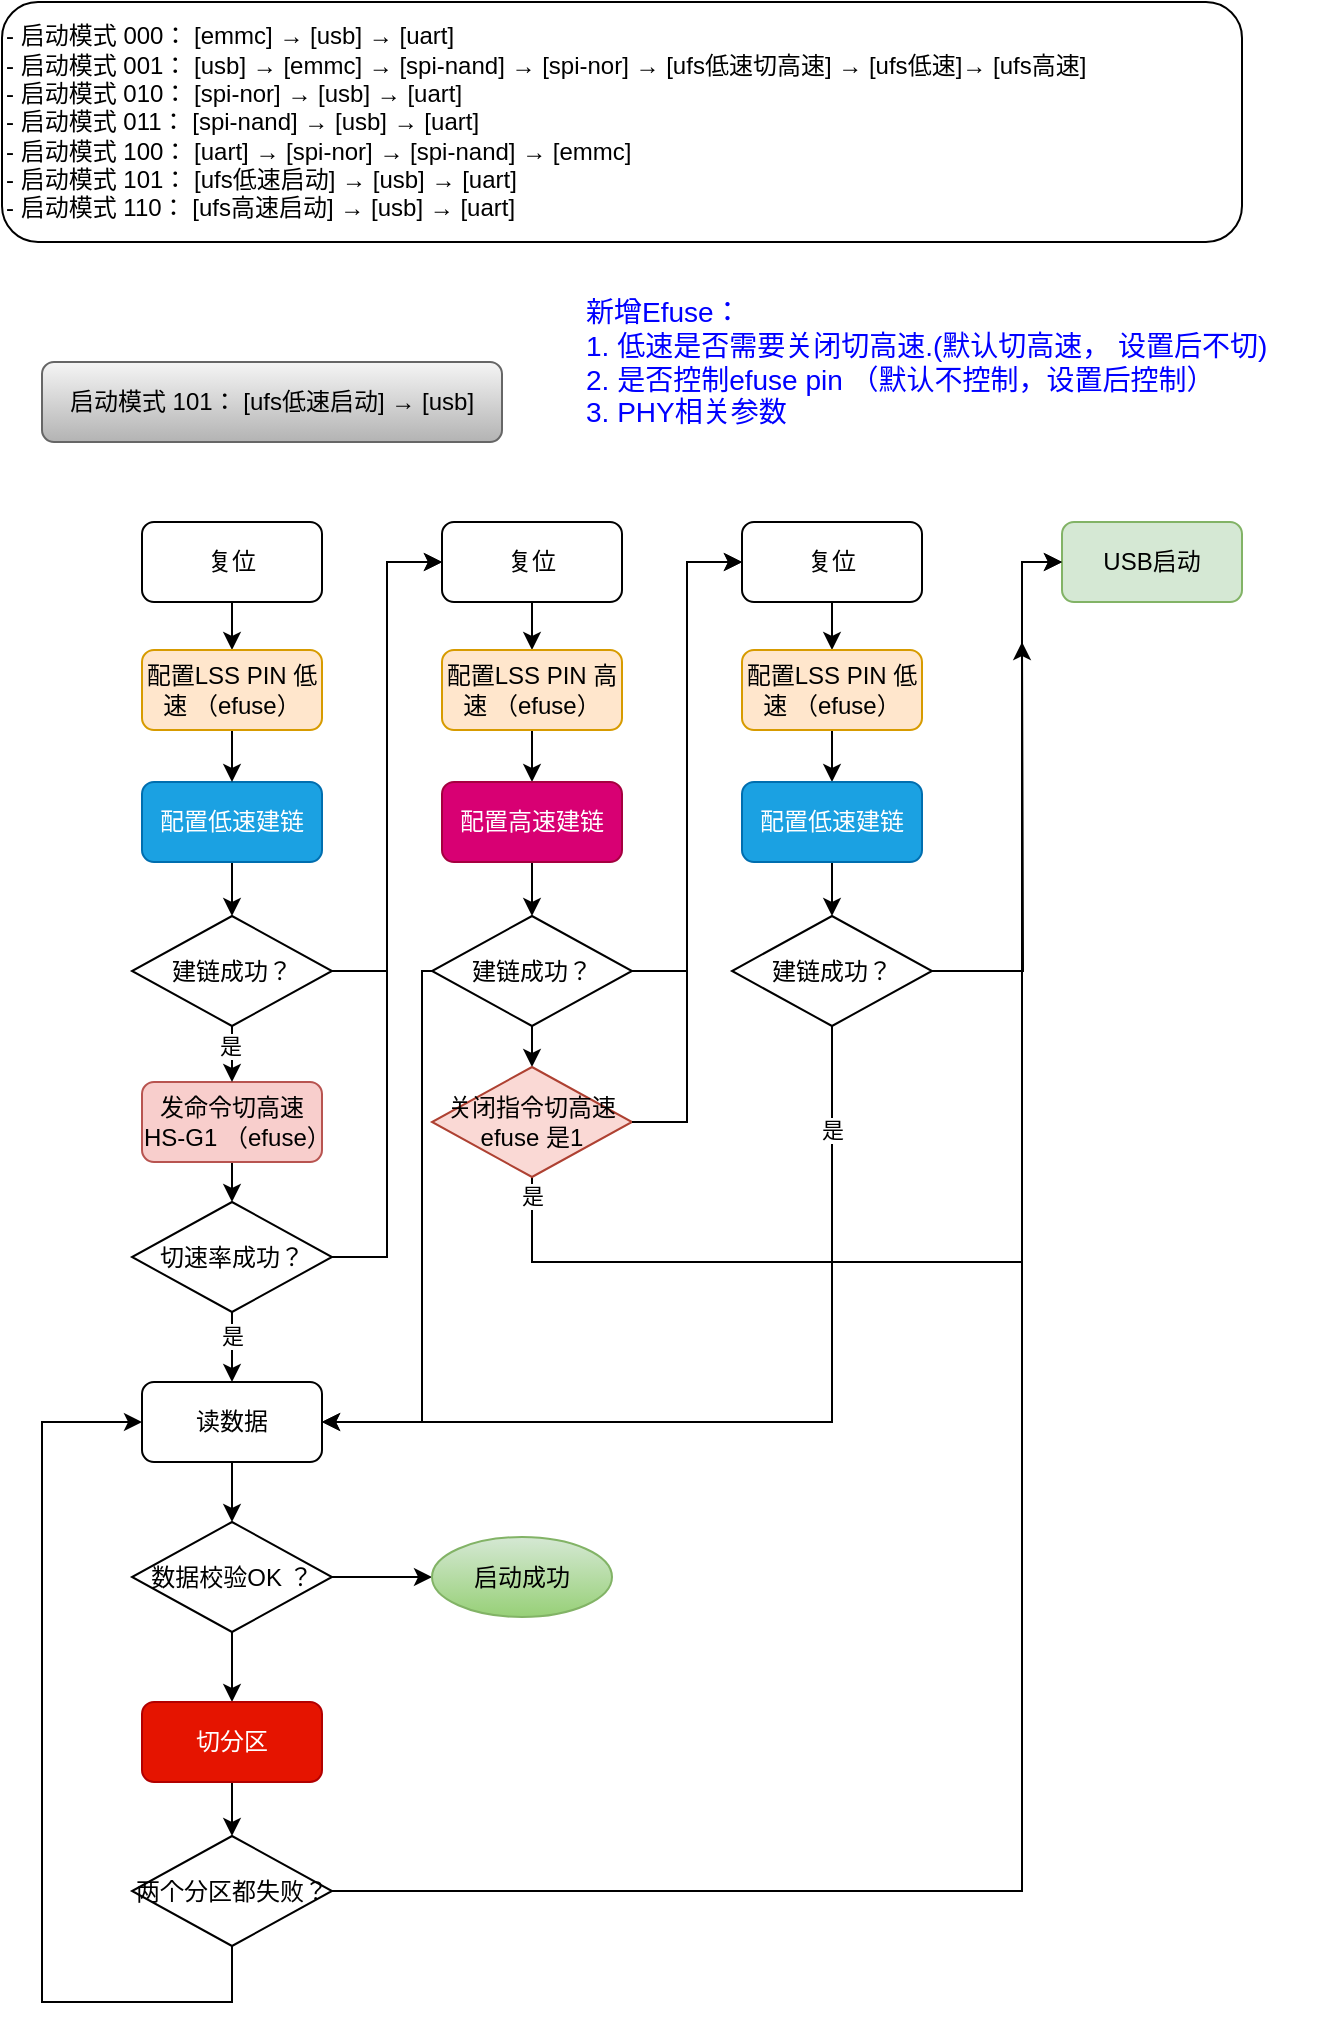
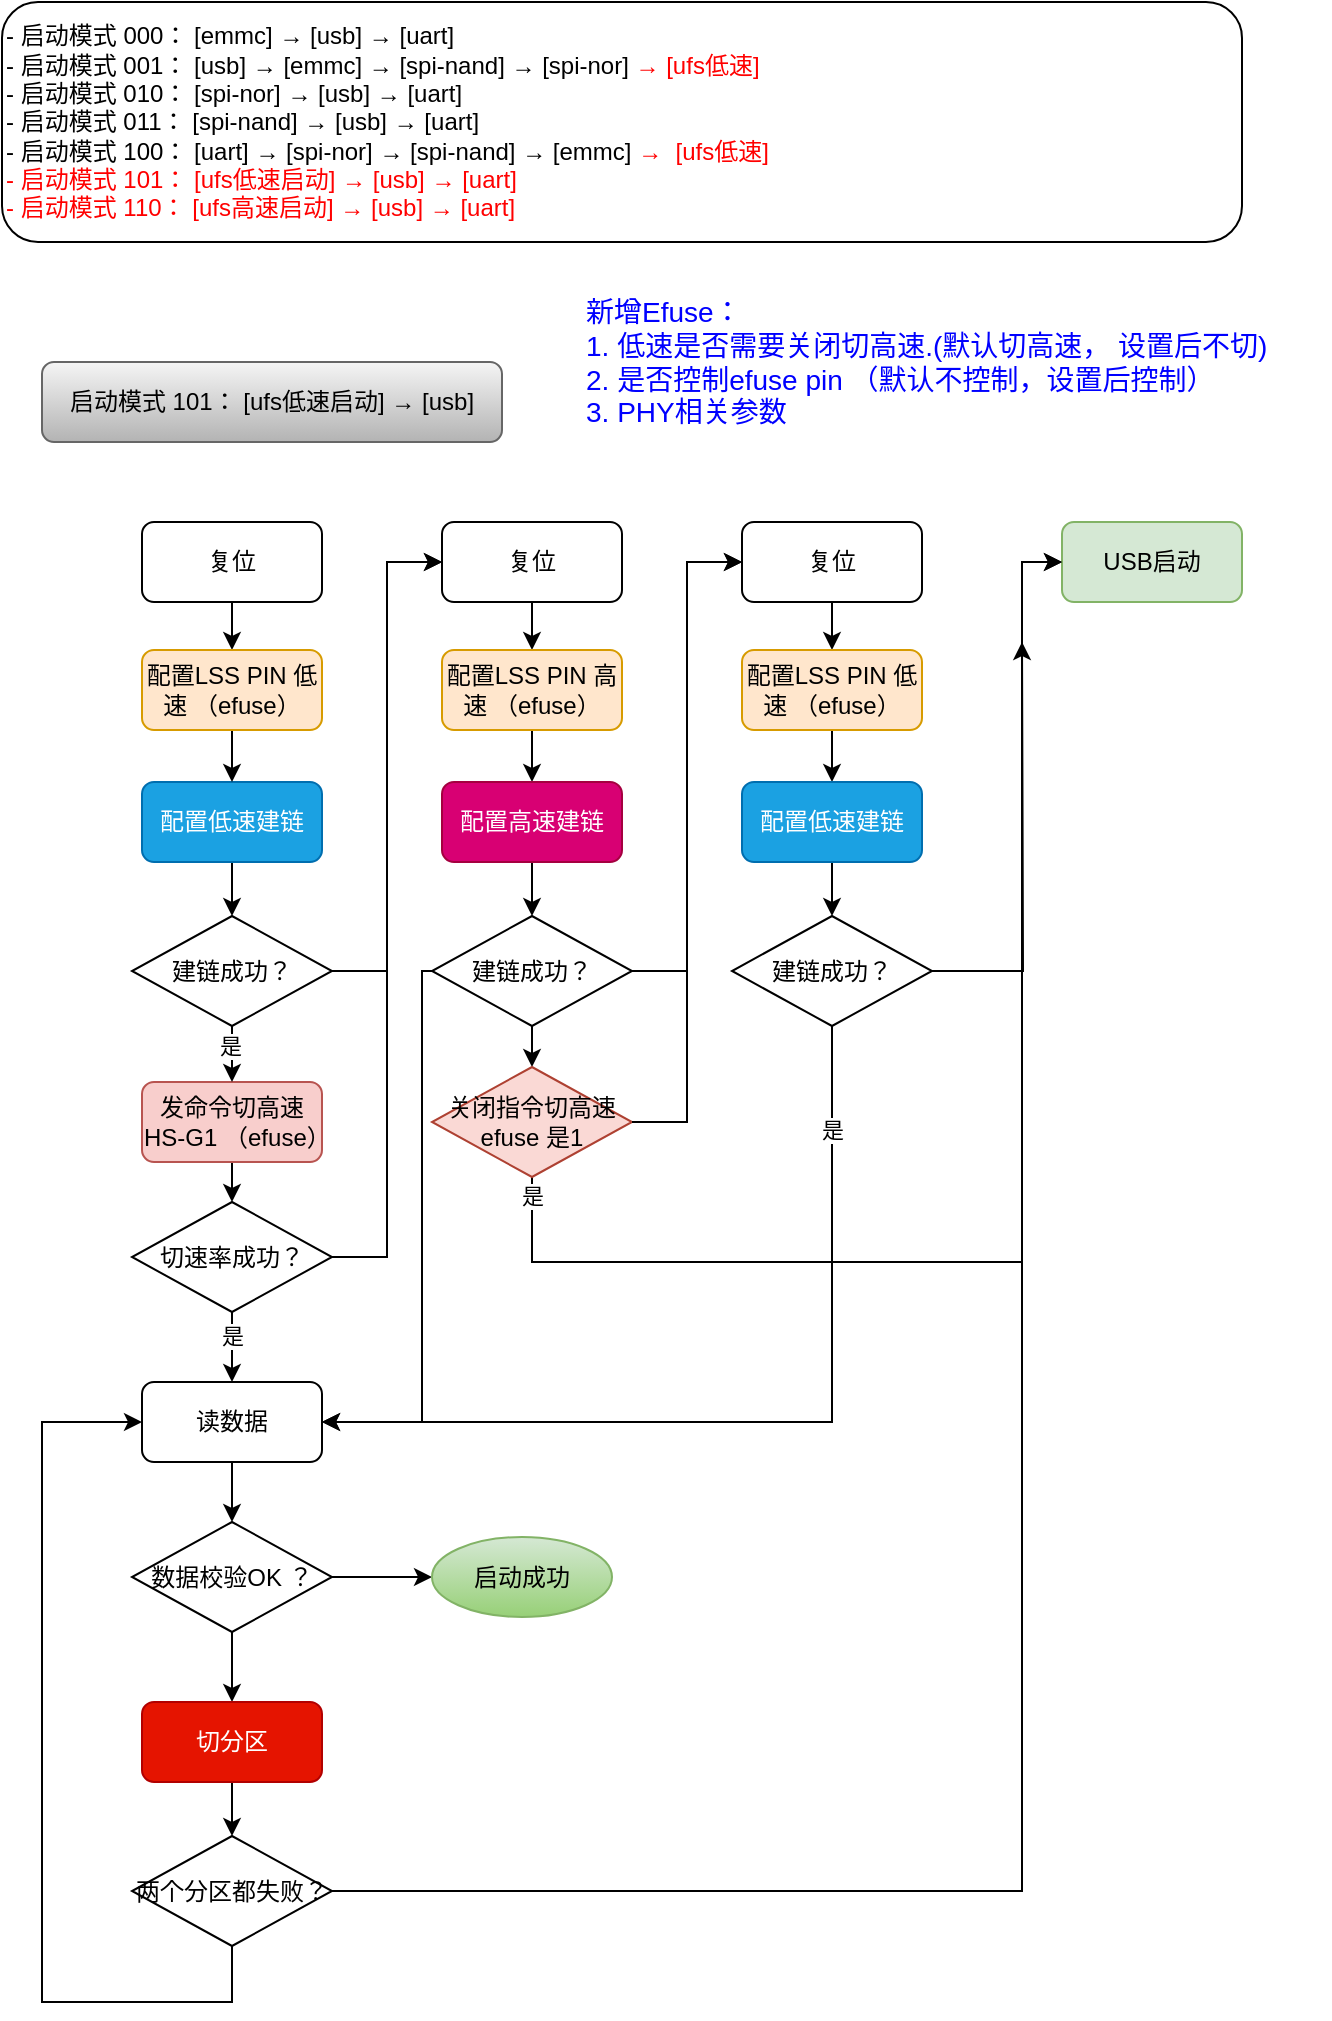
<mxfile host="app.diagrams.net" pages="3">
  <diagram name="第 1 页" id="G7MmgVwn_JN6exUAJ0xq">
    <mxGraphModel dx="1306" dy="677" grid="1" gridSize="10" guides="1" tooltips="1" connect="1" arrows="1" fold="1" page="1" pageScale="1" pageWidth="827" pageHeight="1169" math="0" shadow="0">
      <root>
        <mxCell id="0" />
        <mxCell id="1" parent="0" />
-         <mxCell id="rA-qTAb89klGYPX6EJBB-1" parent="1" style="rounded=1;whiteSpace=wrap;html=1;align=left;" value="&lt;div&gt;-&amp;nbsp;&lt;span style=&quot;background-color: transparent; color: light-dark(rgb(0, 0, 0), rgb(255, 255, 255));&quot;&gt;启动模式&amp;nbsp;&lt;/span&gt;&lt;span style=&quot;background-color: transparent; color: light-dark(rgb(0, 0, 0), rgb(255, 255, 255));&quot;&gt;000： [emmc] → [usb] → [uart]&lt;/span&gt;&lt;/div&gt;&lt;div&gt;- 启动模式 001： [usb] → [emmc] → [spi-nand] → [spi-nor]&amp;nbsp;&lt;span style=&quot;background-color: transparent; color: light-dark(rgb(0, 0, 0), rgb(255, 255, 255));&quot;&gt;→ [ufs低速切高速]&amp;nbsp;&lt;/span&gt;&lt;span style=&quot;background-color: transparent; color: light-dark(rgb(0, 0, 0), rgb(255, 255, 255));&quot;&gt;→ [ufs&lt;/span&gt;低&lt;span style=&quot;background-color: transparent; color: light-dark(rgb(0, 0, 0), rgb(255, 255, 255));&quot;&gt;速]&lt;/span&gt;&lt;span style=&quot;background-color: transparent; color: light-dark(rgb(0, 0, 0), rgb(255, 255, 255));&quot;&gt;→ [ufs高速]&lt;/span&gt;&lt;span style=&quot;background-color: transparent; color: light-dark(rgb(0, 0, 0), rgb(255, 255, 255));&quot;&gt;&amp;nbsp;&lt;/span&gt;&lt;/div&gt;&lt;div&gt;- 启动模式 010： [spi-nor] → [usb] → [uart]&lt;/div&gt;&lt;div&gt;- 启动模式 011： [spi-nand] → [usb] → [uart]&lt;/div&gt;&lt;div&gt;- 启动模式 100： [uart] → [spi-nor] → [spi-nand] → [emmc]&lt;/div&gt;&lt;div&gt;- 启动模式 101： [ufs低速启动] &lt;span style=&quot;background-color: transparent; color: light-dark(rgb(0, 0, 0), rgb(255, 255, 255));&quot;&gt;→&amp;nbsp;&lt;/span&gt;&lt;span style=&quot;background-color: transparent; color: light-dark(rgb(0, 0, 0), rgb(255, 255, 255));&quot;&gt;[usb]&lt;/span&gt;&lt;span style=&quot;background-color: transparent; color: light-dark(rgb(0, 0, 0), rgb(255, 255, 255));&quot;&gt; &lt;/span&gt;&lt;span style=&quot;background-color: transparent; color: light-dark(rgb(0, 0, 0), rgb(255, 255, 255));&quot;&gt;→ [uart]&lt;/span&gt;&lt;/div&gt;&lt;div&gt;- 启动模式 110：&amp;nbsp;&lt;span style=&quot;background-color: transparent; color: light-dark(rgb(0, 0, 0), rgb(255, 255, 255));&quot;&gt;[ufs高速启动]&lt;/span&gt;&lt;span style=&quot;background-color: transparent; color: light-dark(rgb(0, 0, 0), rgb(255, 255, 255));&quot;&gt; &lt;/span&gt;&lt;span style=&quot;background-color: transparent; color: light-dark(rgb(0, 0, 0), rgb(255, 255, 255));&quot;&gt;→ &lt;/span&gt;&lt;span style=&quot;background-color: transparent; color: light-dark(rgb(0, 0, 0), rgb(255, 255, 255));&quot;&gt;[usb]&lt;/span&gt;&lt;span style=&quot;background-color: transparent; color: light-dark(rgb(0, 0, 0), rgb(255, 255, 255));&quot;&gt; &lt;/span&gt;&lt;span style=&quot;background-color: transparent; color: light-dark(rgb(0, 0, 0), rgb(255, 255, 255));&quot;&gt;→ [uart]&lt;/span&gt;&lt;/div&gt;" vertex="1">
+         <mxCell id="rA-qTAb89klGYPX6EJBB-1" parent="1" style="rounded=1;whiteSpace=wrap;html=1;align=left;" value="&lt;div&gt;-&amp;nbsp;&lt;span style=&quot;background-color: transparent; color: light-dark(rgb(0, 0, 0), rgb(255, 255, 255));&quot;&gt;启动模式&amp;nbsp;&lt;/span&gt;&lt;span style=&quot;background-color: transparent; color: light-dark(rgb(0, 0, 0), rgb(255, 255, 255));&quot;&gt;000： [emmc] → [usb] → [uart]&lt;/span&gt;&lt;/div&gt;&lt;div&gt;- 启动模式 001： [usb] → [emmc] → [spi-nand] → [spi-nor]&amp;nbsp;&lt;span style=&quot;background-color: transparent;&quot;&gt;&lt;font style=&quot;color: light-dark(rgb(255, 0, 0), rgb(255, 255, 255));&quot;&gt;→ [ufs低速]&lt;/font&gt;&lt;/span&gt;&lt;span style=&quot;background-color: transparent; color: light-dark(rgb(0, 0, 0), rgb(255, 255, 255));&quot;&gt;&amp;nbsp;&lt;/span&gt;&lt;span style=&quot;background-color: transparent; color: light-dark(rgb(0, 0, 0), rgb(255, 255, 255));&quot;&gt;&amp;nbsp;&lt;/span&gt;&lt;/div&gt;&lt;div&gt;- 启动模式 010： [spi-nor] → [usb] → [uart]&lt;/div&gt;&lt;div&gt;- 启动模式 011： [spi-nand] → [usb] → [uart]&lt;/div&gt;&lt;div&gt;- 启动模式 100： [uart] → [spi-nor] → [spi-nand] → [emmc]&amp;nbsp;&lt;font style=&quot;color: light-dark(rgb(255, 0, 0), rgb(255, 255, 255));&quot;&gt;&lt;span style=&quot;background-color: transparent;&quot;&gt;→&lt;/span&gt;&lt;span style=&quot;background-color: transparent;&quot;&gt;&amp;nbsp;&lt;/span&gt;&lt;span style=&quot;background-color: transparent;&quot;&gt;&amp;nbsp;&lt;/span&gt;&lt;span style=&quot;background-color: transparent;&quot;&gt;[ufs低速]&lt;/span&gt;&lt;/font&gt;&lt;span style=&quot;background-color: transparent; color: light-dark(rgb(0, 0, 0), rgb(255, 255, 255));&quot;&gt;&amp;nbsp;&lt;/span&gt;&lt;/div&gt;&lt;div&gt;&lt;font style=&quot;color: light-dark(rgb(255, 0, 0), rgb(255, 255, 255));&quot;&gt;- 启动模式 101： [ufs低速启动] &lt;span style=&quot;background-color: transparent;&quot;&gt;→&amp;nbsp;&lt;/span&gt;&lt;span style=&quot;background-color: transparent;&quot;&gt;[usb]&lt;/span&gt;&lt;span style=&quot;background-color: transparent;&quot;&gt; &lt;/span&gt;&lt;span style=&quot;background-color: transparent;&quot;&gt;→ [uart]&lt;/span&gt;&lt;/font&gt;&lt;/div&gt;&lt;div&gt;&lt;font style=&quot;color: light-dark(rgb(255, 0, 0), rgb(255, 255, 255));&quot;&gt;- 启动模式 110：&amp;nbsp;&lt;span style=&quot;background-color: transparent;&quot;&gt;[ufs高速启动]&lt;/span&gt;&lt;span style=&quot;background-color: transparent;&quot;&gt; &lt;/span&gt;&lt;span style=&quot;background-color: transparent;&quot;&gt;→ &lt;/span&gt;&lt;span style=&quot;background-color: transparent;&quot;&gt;[usb]&lt;/span&gt;&lt;span style=&quot;background-color: transparent;&quot;&gt; &lt;/span&gt;&lt;span style=&quot;background-color: transparent;&quot;&gt;→ [uart]&lt;/span&gt;&lt;/font&gt;&lt;/div&gt;" vertex="1">
          <mxGeometry height="120" width="620" x="90" y="60" as="geometry" />
        </mxCell>
        <mxCell id="NB0EyB8uGB_RDp4CUSld-2" parent="1" style="text;html=1;whiteSpace=wrap;strokeColor=none;fillColor=none;align=left;verticalAlign=middle;rounded=0;fontColor=#0000FF;fontSize=14;" value="新增Efuse：&lt;div&gt;1. 低速是否需要关闭切高速.(默认切高速， 设置后不切)&lt;/div&gt;&lt;div&gt;2. 是否控制efuse pin （默认不控制，设置后控制）&lt;/div&gt;&lt;div&gt;3. PHY相关参数&lt;/div&gt;" vertex="1">
          <mxGeometry height="80" width="374" x="380" y="200" as="geometry" />
        </mxCell>
        <mxCell id="NB0EyB8uGB_RDp4CUSld-23" edge="1" parent="1" source="NB0EyB8uGB_RDp4CUSld-5" style="edgeStyle=orthogonalEdgeStyle;rounded=0;orthogonalLoop=1;jettySize=auto;html=1;exitX=0.5;exitY=1;exitDx=0;exitDy=0;entryX=0.5;entryY=0;entryDx=0;entryDy=0;" target="NB0EyB8uGB_RDp4CUSld-7">
          <mxGeometry relative="1" as="geometry" />
        </mxCell>
        <mxCell id="NB0EyB8uGB_RDp4CUSld-5" parent="1" style="rounded=1;whiteSpace=wrap;html=1;" value="复位" vertex="1">
          <mxGeometry height="40" width="90" x="160" y="320" as="geometry" />
        </mxCell>
        <mxCell id="NB0EyB8uGB_RDp4CUSld-25" edge="1" parent="1" source="NB0EyB8uGB_RDp4CUSld-6" style="edgeStyle=orthogonalEdgeStyle;rounded=0;orthogonalLoop=1;jettySize=auto;html=1;exitX=0.5;exitY=1;exitDx=0;exitDy=0;entryX=0.5;entryY=0;entryDx=0;entryDy=0;" target="NB0EyB8uGB_RDp4CUSld-9">
          <mxGeometry relative="1" as="geometry" />
        </mxCell>
        <mxCell id="NB0EyB8uGB_RDp4CUSld-6" parent="1" style="rounded=1;whiteSpace=wrap;html=1;fillColor=#1ba1e2;fontColor=#ffffff;strokeColor=#006EAF;" value="配置低速建链" vertex="1">
          <mxGeometry height="40" width="90" x="160" y="450" as="geometry" />
        </mxCell>
        <mxCell id="NB0EyB8uGB_RDp4CUSld-24" edge="1" parent="1" source="NB0EyB8uGB_RDp4CUSld-7" style="edgeStyle=orthogonalEdgeStyle;rounded=0;orthogonalLoop=1;jettySize=auto;html=1;exitX=0.5;exitY=1;exitDx=0;exitDy=0;entryX=0.5;entryY=0;entryDx=0;entryDy=0;" target="NB0EyB8uGB_RDp4CUSld-6">
          <mxGeometry relative="1" as="geometry">
            <mxPoint x="205" y="444" as="targetPoint" />
          </mxGeometry>
        </mxCell>
        <mxCell id="NB0EyB8uGB_RDp4CUSld-7" parent="1" style="rounded=1;whiteSpace=wrap;html=1;fillColor=#ffe6cc;strokeColor=#d79b00;" value="配置LSS PIN 低速 （efuse）" vertex="1">
          <mxGeometry height="40" width="90" x="160" y="384" as="geometry" />
        </mxCell>
        <mxCell id="NB0EyB8uGB_RDp4CUSld-27" edge="1" parent="1" source="NB0EyB8uGB_RDp4CUSld-8" style="edgeStyle=orthogonalEdgeStyle;rounded=0;orthogonalLoop=1;jettySize=auto;html=1;exitX=0.5;exitY=1;exitDx=0;exitDy=0;entryX=0.5;entryY=0;entryDx=0;entryDy=0;" target="NB0EyB8uGB_RDp4CUSld-17">
          <mxGeometry relative="1" as="geometry" />
        </mxCell>
        <mxCell id="NB0EyB8uGB_RDp4CUSld-8" parent="1" style="rounded=1;whiteSpace=wrap;html=1;fillColor=#f8cecc;strokeColor=#b85450;" value="发命令切高速 HS-G1 （efuse）" vertex="1">
          <mxGeometry height="40" width="90" x="160" y="600" as="geometry" />
        </mxCell>
        <mxCell id="NB0EyB8uGB_RDp4CUSld-26" edge="1" parent="1" source="NB0EyB8uGB_RDp4CUSld-9" style="edgeStyle=orthogonalEdgeStyle;rounded=0;orthogonalLoop=1;jettySize=auto;html=1;exitX=0.5;exitY=1;exitDx=0;exitDy=0;" target="NB0EyB8uGB_RDp4CUSld-8">
          <mxGeometry relative="1" as="geometry" />
        </mxCell>
        <mxCell id="KlgkcFlpm4Ags5-VuJH5-14" connectable="0" parent="NB0EyB8uGB_RDp4CUSld-26" style="edgeLabel;html=1;align=center;verticalAlign=middle;resizable=0;points=[];" value="是" vertex="1">
          <mxGeometry relative="1" x="0.2946" y="-1" as="geometry">
            <mxPoint as="offset" />
          </mxGeometry>
        </mxCell>
        <mxCell id="KlgkcFlpm4Ags5-VuJH5-1" edge="1" parent="1" source="NB0EyB8uGB_RDp4CUSld-9" style="edgeStyle=orthogonalEdgeStyle;rounded=0;orthogonalLoop=1;jettySize=auto;html=1;exitX=1;exitY=0.5;exitDx=0;exitDy=0;entryX=0;entryY=0.5;entryDx=0;entryDy=0;" target="NB0EyB8uGB_RDp4CUSld-11">
          <mxGeometry relative="1" as="geometry" />
        </mxCell>
        <mxCell id="NB0EyB8uGB_RDp4CUSld-9" parent="1" style="rhombus;whiteSpace=wrap;html=1;" value="建链成功？" vertex="1">
          <mxGeometry height="55" width="100" x="155" y="517" as="geometry" />
        </mxCell>
        <mxCell id="NB0EyB8uGB_RDp4CUSld-10" parent="1" style="rounded=1;whiteSpace=wrap;html=1;fillColor=#f5f5f5;gradientColor=#b3b3b3;strokeColor=#666666;" value="&lt;span style=&quot;text-align: left;&quot;&gt;启动模式 101： [ufs低速启动] &lt;/span&gt;&lt;span style=&quot;color: light-dark(rgb(0, 0, 0), rgb(255, 255, 255)); text-align: left; background-color: transparent;&quot;&gt;→ &lt;/span&gt;&lt;span style=&quot;color: light-dark(rgb(0, 0, 0), rgb(255, 255, 255)); text-align: left; background-color: transparent;&quot;&gt;[usb]&lt;/span&gt;" vertex="1">
          <mxGeometry height="40" width="230" x="110" y="240" as="geometry" />
        </mxCell>
        <mxCell id="NB0EyB8uGB_RDp4CUSld-36" edge="1" parent="1" source="NB0EyB8uGB_RDp4CUSld-11" style="edgeStyle=orthogonalEdgeStyle;rounded=0;orthogonalLoop=1;jettySize=auto;html=1;exitX=0.5;exitY=1;exitDx=0;exitDy=0;entryX=0.5;entryY=0;entryDx=0;entryDy=0;" target="NB0EyB8uGB_RDp4CUSld-12">
          <mxGeometry relative="1" as="geometry" />
        </mxCell>
        <mxCell id="NB0EyB8uGB_RDp4CUSld-11" parent="1" style="rounded=1;whiteSpace=wrap;html=1;" value="复位" vertex="1">
          <mxGeometry height="40" width="90" x="310" y="320" as="geometry" />
        </mxCell>
        <mxCell id="NB0EyB8uGB_RDp4CUSld-37" edge="1" parent="1" source="NB0EyB8uGB_RDp4CUSld-12" style="edgeStyle=orthogonalEdgeStyle;rounded=0;orthogonalLoop=1;jettySize=auto;html=1;exitX=0.5;exitY=1;exitDx=0;exitDy=0;entryX=0.5;entryY=0;entryDx=0;entryDy=0;" target="NB0EyB8uGB_RDp4CUSld-13">
          <mxGeometry relative="1" as="geometry" />
        </mxCell>
        <mxCell id="NB0EyB8uGB_RDp4CUSld-12" parent="1" style="rounded=1;whiteSpace=wrap;html=1;fillColor=#ffe6cc;strokeColor=#d79b00;" value="配置LSS PIN 高速 （efuse）" vertex="1">
          <mxGeometry height="40" width="90" x="310" y="384" as="geometry" />
        </mxCell>
        <mxCell id="NB0EyB8uGB_RDp4CUSld-38" edge="1" parent="1" source="NB0EyB8uGB_RDp4CUSld-13" style="edgeStyle=orthogonalEdgeStyle;rounded=0;orthogonalLoop=1;jettySize=auto;html=1;exitX=0.5;exitY=1;exitDx=0;exitDy=0;entryX=0.5;entryY=0;entryDx=0;entryDy=0;" target="NB0EyB8uGB_RDp4CUSld-31">
          <mxGeometry relative="1" as="geometry" />
        </mxCell>
        <mxCell id="NB0EyB8uGB_RDp4CUSld-13" parent="1" style="rounded=1;whiteSpace=wrap;html=1;fillColor=#d80073;fontColor=#ffffff;strokeColor=#A50040;" value="配置高速建链" vertex="1">
          <mxGeometry height="40" width="90" x="310" y="450" as="geometry" />
        </mxCell>
        <mxCell id="NB0EyB8uGB_RDp4CUSld-28" edge="1" parent="1" source="NB0EyB8uGB_RDp4CUSld-17" style="edgeStyle=orthogonalEdgeStyle;rounded=0;orthogonalLoop=1;jettySize=auto;html=1;exitX=0.5;exitY=1;exitDx=0;exitDy=0;entryX=0.5;entryY=0;entryDx=0;entryDy=0;" target="NB0EyB8uGB_RDp4CUSld-18">
          <mxGeometry relative="1" as="geometry" />
        </mxCell>
        <mxCell id="KlgkcFlpm4Ags5-VuJH5-16" connectable="0" parent="NB0EyB8uGB_RDp4CUSld-28" style="edgeLabel;html=1;align=center;verticalAlign=middle;resizable=0;points=[];" value="是" vertex="1">
          <mxGeometry relative="1" x="-0.3338" as="geometry">
            <mxPoint as="offset" />
          </mxGeometry>
        </mxCell>
        <mxCell id="KlgkcFlpm4Ags5-VuJH5-2" edge="1" parent="1" source="NB0EyB8uGB_RDp4CUSld-17" style="edgeStyle=orthogonalEdgeStyle;rounded=0;orthogonalLoop=1;jettySize=auto;html=1;exitX=1;exitY=0.5;exitDx=0;exitDy=0;entryX=0;entryY=0.5;entryDx=0;entryDy=0;" target="NB0EyB8uGB_RDp4CUSld-11">
          <mxGeometry relative="1" as="geometry" />
        </mxCell>
        <mxCell id="NB0EyB8uGB_RDp4CUSld-17" parent="1" style="rhombus;whiteSpace=wrap;html=1;" value="切速率成功？" vertex="1">
          <mxGeometry height="55" width="100" x="155" y="660" as="geometry" />
        </mxCell>
        <mxCell id="NB0EyB8uGB_RDp4CUSld-29" edge="1" parent="1" source="NB0EyB8uGB_RDp4CUSld-18" style="edgeStyle=orthogonalEdgeStyle;rounded=0;orthogonalLoop=1;jettySize=auto;html=1;exitX=0.5;exitY=1;exitDx=0;exitDy=0;entryX=0.5;entryY=0;entryDx=0;entryDy=0;" target="NB0EyB8uGB_RDp4CUSld-20">
          <mxGeometry relative="1" as="geometry" />
        </mxCell>
        <mxCell id="NB0EyB8uGB_RDp4CUSld-18" parent="1" style="rounded=1;whiteSpace=wrap;html=1;" value="读数据" vertex="1">
          <mxGeometry height="40" width="90" x="160" y="750" as="geometry" />
        </mxCell>
        <mxCell id="NB0EyB8uGB_RDp4CUSld-30" edge="1" parent="1" source="NB0EyB8uGB_RDp4CUSld-20" style="edgeStyle=orthogonalEdgeStyle;rounded=0;orthogonalLoop=1;jettySize=auto;html=1;exitX=0.5;exitY=1;exitDx=0;exitDy=0;entryX=0.5;entryY=0;entryDx=0;entryDy=0;" target="NB0EyB8uGB_RDp4CUSld-21">
          <mxGeometry relative="1" as="geometry" />
        </mxCell>
        <mxCell id="Vg5q-0XLda4XJRTYY7xd-2" edge="1" parent="1" source="NB0EyB8uGB_RDp4CUSld-20" style="edgeStyle=orthogonalEdgeStyle;rounded=0;orthogonalLoop=1;jettySize=auto;html=1;exitX=1;exitY=0.5;exitDx=0;exitDy=0;entryX=0;entryY=0.5;entryDx=0;entryDy=0;" target="Vg5q-0XLda4XJRTYY7xd-1">
          <mxGeometry relative="1" as="geometry" />
        </mxCell>
        <mxCell id="NB0EyB8uGB_RDp4CUSld-20" parent="1" style="rhombus;whiteSpace=wrap;html=1;" value="数据校验OK ？" vertex="1">
          <mxGeometry height="55" width="100" x="155" y="820" as="geometry" />
        </mxCell>
        <mxCell id="NB0EyB8uGB_RDp4CUSld-22" edge="1" parent="1" source="KlgkcFlpm4Ags5-VuJH5-11" style="edgeStyle=orthogonalEdgeStyle;rounded=0;orthogonalLoop=1;jettySize=auto;html=1;exitX=0.5;exitY=1;exitDx=0;exitDy=0;entryX=0;entryY=0.5;entryDx=0;entryDy=0;" target="NB0EyB8uGB_RDp4CUSld-18">
          <mxGeometry relative="1" as="geometry">
            <Array as="points">
              <mxPoint x="205" y="1060" />
              <mxPoint x="110" y="1060" />
              <mxPoint x="110" y="770" />
            </Array>
          </mxGeometry>
        </mxCell>
        <mxCell id="KlgkcFlpm4Ags5-VuJH5-12" edge="1" parent="1" source="NB0EyB8uGB_RDp4CUSld-21" style="edgeStyle=orthogonalEdgeStyle;rounded=0;orthogonalLoop=1;jettySize=auto;html=1;exitX=0.5;exitY=1;exitDx=0;exitDy=0;entryX=0.5;entryY=0;entryDx=0;entryDy=0;" target="KlgkcFlpm4Ags5-VuJH5-11">
          <mxGeometry relative="1" as="geometry" />
        </mxCell>
        <mxCell id="NB0EyB8uGB_RDp4CUSld-21" parent="1" style="rounded=1;whiteSpace=wrap;html=1;fillColor=#e51400;fontColor=#ffffff;strokeColor=#B20000;" value="切分区" vertex="1">
          <mxGeometry height="40" width="90" x="160" y="910" as="geometry" />
        </mxCell>
        <mxCell id="KlgkcFlpm4Ags5-VuJH5-8" edge="1" parent="1" source="NB0EyB8uGB_RDp4CUSld-31" style="edgeStyle=orthogonalEdgeStyle;rounded=0;orthogonalLoop=1;jettySize=auto;html=1;exitX=1;exitY=0.5;exitDx=0;exitDy=0;entryX=0;entryY=0.5;entryDx=0;entryDy=0;" target="NB0EyB8uGB_RDp4CUSld-42">
          <mxGeometry relative="1" as="geometry" />
        </mxCell>
        <mxCell id="Vg5q-0XLda4XJRTYY7xd-7" edge="1" parent="1" source="NB0EyB8uGB_RDp4CUSld-31" style="edgeStyle=orthogonalEdgeStyle;rounded=0;orthogonalLoop=1;jettySize=auto;html=1;exitX=0;exitY=0.5;exitDx=0;exitDy=0;">
          <mxGeometry relative="1" as="geometry">
            <Array as="points">
              <mxPoint x="300" y="544" />
              <mxPoint x="300" y="770" />
            </Array>
            <mxPoint x="250" y="770" as="targetPoint" />
          </mxGeometry>
        </mxCell>
        <mxCell id="Vg5q-0XLda4XJRTYY7xd-8" edge="1" parent="1" source="NB0EyB8uGB_RDp4CUSld-31" style="edgeStyle=orthogonalEdgeStyle;rounded=0;orthogonalLoop=1;jettySize=auto;html=1;exitX=0.5;exitY=1;exitDx=0;exitDy=0;entryX=0.5;entryY=0;entryDx=0;entryDy=0;" target="Vg5q-0XLda4XJRTYY7xd-3">
          <mxGeometry relative="1" as="geometry" />
        </mxCell>
        <mxCell id="NB0EyB8uGB_RDp4CUSld-31" parent="1" style="rhombus;whiteSpace=wrap;html=1;" value="建链成功？" vertex="1">
          <mxGeometry height="55" width="100" x="305" y="517" as="geometry" />
        </mxCell>
        <mxCell id="KlgkcFlpm4Ags5-VuJH5-5" edge="1" parent="1" source="NB0EyB8uGB_RDp4CUSld-42" style="edgeStyle=orthogonalEdgeStyle;rounded=0;orthogonalLoop=1;jettySize=auto;html=1;exitX=0.5;exitY=1;exitDx=0;exitDy=0;entryX=0.5;entryY=0;entryDx=0;entryDy=0;" target="NB0EyB8uGB_RDp4CUSld-43">
          <mxGeometry relative="1" as="geometry" />
        </mxCell>
        <mxCell id="NB0EyB8uGB_RDp4CUSld-42" parent="1" style="rounded=1;whiteSpace=wrap;html=1;" value="复位" vertex="1">
          <mxGeometry height="40" width="90" x="460" y="320" as="geometry" />
        </mxCell>
        <mxCell id="KlgkcFlpm4Ags5-VuJH5-6" edge="1" parent="1" source="NB0EyB8uGB_RDp4CUSld-43" style="edgeStyle=orthogonalEdgeStyle;rounded=0;orthogonalLoop=1;jettySize=auto;html=1;exitX=0.5;exitY=1;exitDx=0;exitDy=0;entryX=0.5;entryY=0;entryDx=0;entryDy=0;" target="NB0EyB8uGB_RDp4CUSld-44">
          <mxGeometry relative="1" as="geometry" />
        </mxCell>
        <mxCell id="NB0EyB8uGB_RDp4CUSld-43" parent="1" style="rounded=1;whiteSpace=wrap;html=1;fillColor=#ffe6cc;strokeColor=#d79b00;" value="配置LSS PIN 低速 （efuse）" vertex="1">
          <mxGeometry height="40" width="90" x="460" y="384" as="geometry" />
        </mxCell>
        <mxCell id="KlgkcFlpm4Ags5-VuJH5-7" edge="1" parent="1" source="NB0EyB8uGB_RDp4CUSld-44" style="edgeStyle=orthogonalEdgeStyle;rounded=0;orthogonalLoop=1;jettySize=auto;html=1;exitX=0.5;exitY=1;exitDx=0;exitDy=0;entryX=0.5;entryY=0;entryDx=0;entryDy=0;" target="NB0EyB8uGB_RDp4CUSld-45">
          <mxGeometry relative="1" as="geometry" />
        </mxCell>
        <mxCell id="NB0EyB8uGB_RDp4CUSld-44" parent="1" style="rounded=1;whiteSpace=wrap;html=1;fillColor=#1ba1e2;fontColor=#ffffff;strokeColor=#006EAF;" value="配置低速建链" vertex="1">
          <mxGeometry height="40" width="90" x="460" y="450" as="geometry" />
        </mxCell>
        <mxCell id="KlgkcFlpm4Ags5-VuJH5-4" edge="1" parent="1" source="NB0EyB8uGB_RDp4CUSld-45" style="edgeStyle=orthogonalEdgeStyle;rounded=0;orthogonalLoop=1;jettySize=auto;html=1;exitX=0.5;exitY=1;exitDx=0;exitDy=0;">
          <mxGeometry relative="1" as="geometry">
            <Array as="points">
              <mxPoint x="505" y="770" />
              <mxPoint x="250" y="770" />
            </Array>
            <mxPoint x="250" y="770" as="targetPoint" />
          </mxGeometry>
        </mxCell>
        <mxCell id="KlgkcFlpm4Ags5-VuJH5-18" connectable="0" parent="KlgkcFlpm4Ags5-VuJH5-4" style="edgeLabel;html=1;align=center;verticalAlign=middle;resizable=0;points=[];" value="是" vertex="1">
          <mxGeometry relative="1" x="-0.7697" as="geometry">
            <mxPoint as="offset" />
          </mxGeometry>
        </mxCell>
        <mxCell id="KlgkcFlpm4Ags5-VuJH5-19" edge="1" parent="1" source="NB0EyB8uGB_RDp4CUSld-45" style="edgeStyle=orthogonalEdgeStyle;rounded=0;orthogonalLoop=1;jettySize=auto;html=1;exitX=1;exitY=0.5;exitDx=0;exitDy=0;">
          <mxGeometry relative="1" as="geometry">
            <mxPoint x="600" y="380" as="targetPoint" />
          </mxGeometry>
        </mxCell>
        <mxCell id="NB0EyB8uGB_RDp4CUSld-45" parent="1" style="rhombus;whiteSpace=wrap;html=1;" value="建链成功？" vertex="1">
          <mxGeometry height="55" width="100" x="455" y="517" as="geometry" />
        </mxCell>
        <mxCell id="KlgkcFlpm4Ags5-VuJH5-9" parent="1" style="rounded=1;whiteSpace=wrap;html=1;fillColor=#d5e8d4;strokeColor=#82b366;" value="USB启动" vertex="1">
          <mxGeometry height="40" width="90" x="620" y="320" as="geometry" />
        </mxCell>
        <mxCell id="KlgkcFlpm4Ags5-VuJH5-13" edge="1" parent="1" source="KlgkcFlpm4Ags5-VuJH5-11" style="edgeStyle=orthogonalEdgeStyle;rounded=0;orthogonalLoop=1;jettySize=auto;html=1;exitX=1;exitY=0.5;exitDx=0;exitDy=0;entryX=0;entryY=0.5;entryDx=0;entryDy=0;" target="KlgkcFlpm4Ags5-VuJH5-9">
          <mxGeometry relative="1" as="geometry">
            <Array as="points">
              <mxPoint x="600" y="1005" />
              <mxPoint x="600" y="340" />
            </Array>
          </mxGeometry>
        </mxCell>
        <mxCell id="KlgkcFlpm4Ags5-VuJH5-11" parent="1" style="rhombus;whiteSpace=wrap;html=1;" value="两个分区都失败？" vertex="1">
          <mxGeometry height="55" width="100" x="155" y="977" as="geometry" />
        </mxCell>
        <mxCell id="Vg5q-0XLda4XJRTYY7xd-1" parent="1" style="ellipse;whiteSpace=wrap;html=1;fillColor=#d5e8d4;gradientColor=#97d077;strokeColor=#82b366;" value="启动成功" vertex="1">
          <mxGeometry height="40" width="90" x="305" y="827.5" as="geometry" />
        </mxCell>
        <mxCell id="Vg5q-0XLda4XJRTYY7xd-10" edge="1" parent="1" source="Vg5q-0XLda4XJRTYY7xd-3" style="edgeStyle=orthogonalEdgeStyle;rounded=0;orthogonalLoop=1;jettySize=auto;html=1;exitX=0.5;exitY=1;exitDx=0;exitDy=0;entryX=0;entryY=0.5;entryDx=0;entryDy=0;" target="KlgkcFlpm4Ags5-VuJH5-9">
          <mxGeometry relative="1" as="geometry">
            <Array as="points">
              <mxPoint x="355" y="690" />
              <mxPoint x="600" y="690" />
              <mxPoint x="600" y="340" />
            </Array>
          </mxGeometry>
        </mxCell>
        <mxCell id="Vg5q-0XLda4XJRTYY7xd-11" connectable="0" parent="Vg5q-0XLda4XJRTYY7xd-10" style="edgeLabel;html=1;align=center;verticalAlign=middle;resizable=0;points=[];" value="是" vertex="1">
          <mxGeometry relative="1" x="-0.9713" as="geometry">
            <mxPoint as="offset" />
          </mxGeometry>
        </mxCell>
        <mxCell id="Vg5q-0XLda4XJRTYY7xd-3" parent="1" style="rhombus;whiteSpace=wrap;html=1;fillColor=#fad9d5;strokeColor=#ae4132;" value="关闭指令切高速&lt;div&gt;efuse 是1&lt;/div&gt;" vertex="1">
          <mxGeometry height="55" width="100" x="305" y="592.5" as="geometry" />
        </mxCell>
        <mxCell id="Vg5q-0XLda4XJRTYY7xd-9" edge="1" parent="1" source="Vg5q-0XLda4XJRTYY7xd-3" style="edgeStyle=orthogonalEdgeStyle;rounded=0;orthogonalLoop=1;jettySize=auto;html=1;exitX=1;exitY=0.5;exitDx=0;exitDy=0;entryX=0;entryY=0.5;entryDx=0;entryDy=0;" target="NB0EyB8uGB_RDp4CUSld-42">
          <mxGeometry relative="1" as="geometry" />
        </mxCell>
      </root>
    </mxGraphModel>
  </diagram>
  <diagram id="ql6nhWf0VNW54Wtxsakh" name="第 3 页">
    <mxGraphModel dx="902" dy="467" grid="1" gridSize="10" guides="1" tooltips="1" connect="1" arrows="1" fold="1" page="1" pageScale="1" pageWidth="827" pageHeight="1169" math="0" shadow="0">
      <root>
        <mxCell id="0" />
        <mxCell id="1" parent="0" />
        <mxCell id="Snxa9bD47oOBx4wNCC72-1" edge="1" parent="1" source="Snxa9bD47oOBx4wNCC72-2" style="edgeStyle=orthogonalEdgeStyle;rounded=0;orthogonalLoop=1;jettySize=auto;html=1;exitX=0.5;exitY=1;exitDx=0;exitDy=0;entryX=0.5;entryY=0;entryDx=0;entryDy=0;" target="Snxa9bD47oOBx4wNCC72-6">
          <mxGeometry relative="1" as="geometry" />
        </mxCell>
        <mxCell id="Snxa9bD47oOBx4wNCC72-2" parent="1" style="rounded=1;whiteSpace=wrap;html=1;" value="复位" vertex="1">
          <mxGeometry height="40" width="90" x="190" y="110" as="geometry" />
        </mxCell>
        <mxCell id="Snxa9bD47oOBx4wNCC72-3" edge="1" parent="1" source="Snxa9bD47oOBx4wNCC72-4" style="edgeStyle=orthogonalEdgeStyle;rounded=0;orthogonalLoop=1;jettySize=auto;html=1;exitX=0.5;exitY=1;exitDx=0;exitDy=0;entryX=0.5;entryY=0;entryDx=0;entryDy=0;" target="Snxa9bD47oOBx4wNCC72-23">
          <mxGeometry relative="1" as="geometry">
            <mxPoint x="235" y="307" as="targetPoint" />
          </mxGeometry>
        </mxCell>
        <mxCell id="Snxa9bD47oOBx4wNCC72-4" parent="1" style="rounded=1;whiteSpace=wrap;html=1;fillColor=#d80073;fontColor=#ffffff;strokeColor=#A50040;" value="配置高速建链" vertex="1">
          <mxGeometry height="40" width="90" x="190" y="240" as="geometry" />
        </mxCell>
        <mxCell id="Snxa9bD47oOBx4wNCC72-5" edge="1" parent="1" source="Snxa9bD47oOBx4wNCC72-6" style="edgeStyle=orthogonalEdgeStyle;rounded=0;orthogonalLoop=1;jettySize=auto;html=1;exitX=0.5;exitY=1;exitDx=0;exitDy=0;entryX=0.5;entryY=0;entryDx=0;entryDy=0;" target="Snxa9bD47oOBx4wNCC72-4">
          <mxGeometry relative="1" as="geometry">
            <mxPoint x="235" y="234" as="targetPoint" />
          </mxGeometry>
        </mxCell>
        <mxCell id="Snxa9bD47oOBx4wNCC72-6" parent="1" style="rounded=1;whiteSpace=wrap;html=1;fillColor=#ffe6cc;strokeColor=#d79b00;" value="配置LSS PIN高速 （efuse）" vertex="1">
          <mxGeometry height="40" width="90" x="190" y="174" as="geometry" />
        </mxCell>
        <mxCell id="Snxa9bD47oOBx4wNCC72-13" parent="1" style="rounded=1;whiteSpace=wrap;html=1;align=left;fillColor=#f5f5f5;gradientColor=#b3b3b3;strokeColor=#666666;" value="启动模式 110： &lt;span style=&quot;color: light-dark(rgb(0, 0, 0), rgb(255, 255, 255)); background-color: transparent;&quot;&gt;[ufs高速启动]&lt;/span&gt;&lt;span style=&quot;color: light-dark(rgb(0, 0, 0), rgb(255, 255, 255)); background-color: transparent;&quot;&gt; &lt;/span&gt;&lt;span style=&quot;color: light-dark(rgb(0, 0, 0), rgb(255, 255, 255)); background-color: transparent;&quot;&gt;→ &lt;/span&gt;&lt;span style=&quot;color: light-dark(rgb(0, 0, 0), rgb(255, 255, 255)); background-color: transparent;&quot;&gt;[usb]&lt;/span&gt;" vertex="1">
          <mxGeometry height="40" width="275" x="185" y="30" as="geometry" />
        </mxCell>
        <mxCell id="Snxa9bD47oOBx4wNCC72-14" edge="1" parent="1" source="Snxa9bD47oOBx4wNCC72-15" style="edgeStyle=orthogonalEdgeStyle;rounded=0;orthogonalLoop=1;jettySize=auto;html=1;exitX=0.5;exitY=1;exitDx=0;exitDy=0;entryX=0.5;entryY=0;entryDx=0;entryDy=0;" target="Snxa9bD47oOBx4wNCC72-17">
          <mxGeometry relative="1" as="geometry" />
        </mxCell>
        <mxCell id="Snxa9bD47oOBx4wNCC72-15" parent="1" style="rounded=1;whiteSpace=wrap;html=1;" value="复位" vertex="1">
          <mxGeometry height="40" width="90" x="340" y="110" as="geometry" />
        </mxCell>
        <mxCell id="Snxa9bD47oOBx4wNCC72-16" edge="1" parent="1" source="Snxa9bD47oOBx4wNCC72-17" style="edgeStyle=orthogonalEdgeStyle;rounded=0;orthogonalLoop=1;jettySize=auto;html=1;exitX=0.5;exitY=1;exitDx=0;exitDy=0;entryX=0.5;entryY=0;entryDx=0;entryDy=0;" target="Snxa9bD47oOBx4wNCC72-19">
          <mxGeometry relative="1" as="geometry" />
        </mxCell>
        <mxCell id="Snxa9bD47oOBx4wNCC72-17" parent="1" style="rounded=1;whiteSpace=wrap;html=1;fillColor=#ffe6cc;strokeColor=#d79b00;" value="配置LSS PIN 低速 (efuse)" vertex="1">
          <mxGeometry height="40" width="90" x="340" y="174" as="geometry" />
        </mxCell>
        <mxCell id="Snxa9bD47oOBx4wNCC72-18" edge="1" parent="1" source="Snxa9bD47oOBx4wNCC72-19" style="edgeStyle=orthogonalEdgeStyle;rounded=0;orthogonalLoop=1;jettySize=auto;html=1;exitX=0.5;exitY=1;exitDx=0;exitDy=0;entryX=0.5;entryY=0;entryDx=0;entryDy=0;" target="Snxa9bD47oOBx4wNCC72-34">
          <mxGeometry relative="1" as="geometry" />
        </mxCell>
        <mxCell id="Snxa9bD47oOBx4wNCC72-19" parent="1" style="rounded=1;whiteSpace=wrap;html=1;fillColor=#1ba1e2;fontColor=#ffffff;strokeColor=#006EAF;" value="配置低速建链" vertex="1">
          <mxGeometry height="40" width="90" x="340" y="240" as="geometry" />
        </mxCell>
        <mxCell id="Snxa9bD47oOBx4wNCC72-20" edge="1" parent="1" source="Snxa9bD47oOBx4wNCC72-23" style="edgeStyle=orthogonalEdgeStyle;rounded=0;orthogonalLoop=1;jettySize=auto;html=1;exitX=0.5;exitY=1;exitDx=0;exitDy=0;entryX=0.5;entryY=0;entryDx=0;entryDy=0;" target="Snxa9bD47oOBx4wNCC72-25">
          <mxGeometry relative="1" as="geometry" />
        </mxCell>
        <mxCell id="Snxa9bD47oOBx4wNCC72-21" connectable="0" parent="Snxa9bD47oOBx4wNCC72-20" style="edgeLabel;html=1;align=center;verticalAlign=middle;resizable=0;points=[];" value="是" vertex="1">
          <mxGeometry relative="1" x="-0.3338" as="geometry">
            <mxPoint as="offset" />
          </mxGeometry>
        </mxCell>
        <mxCell id="Snxa9bD47oOBx4wNCC72-22" edge="1" parent="1" source="Snxa9bD47oOBx4wNCC72-23" style="edgeStyle=orthogonalEdgeStyle;rounded=0;orthogonalLoop=1;jettySize=auto;html=1;exitX=1;exitY=0.5;exitDx=0;exitDy=0;entryX=0;entryY=0.5;entryDx=0;entryDy=0;" target="Snxa9bD47oOBx4wNCC72-15">
          <mxGeometry relative="1" as="geometry" />
        </mxCell>
        <mxCell id="Snxa9bD47oOBx4wNCC72-23" parent="1" style="rhombus;whiteSpace=wrap;html=1;" value="建链成功？" vertex="1">
          <mxGeometry height="55" width="100" x="185" y="310" as="geometry" />
        </mxCell>
        <mxCell id="Snxa9bD47oOBx4wNCC72-24" edge="1" parent="1" source="Snxa9bD47oOBx4wNCC72-25" style="edgeStyle=orthogonalEdgeStyle;rounded=0;orthogonalLoop=1;jettySize=auto;html=1;exitX=0.5;exitY=1;exitDx=0;exitDy=0;entryX=0.5;entryY=0;entryDx=0;entryDy=0;" target="Snxa9bD47oOBx4wNCC72-27">
          <mxGeometry relative="1" as="geometry" />
        </mxCell>
        <mxCell id="Snxa9bD47oOBx4wNCC72-25" parent="1" style="rounded=1;whiteSpace=wrap;html=1;" value="读数据" vertex="1">
          <mxGeometry height="40" width="90" x="190" y="540" as="geometry" />
        </mxCell>
        <mxCell id="Snxa9bD47oOBx4wNCC72-26" edge="1" parent="1" source="Snxa9bD47oOBx4wNCC72-27" style="edgeStyle=orthogonalEdgeStyle;rounded=0;orthogonalLoop=1;jettySize=auto;html=1;exitX=0.5;exitY=1;exitDx=0;exitDy=0;entryX=0.5;entryY=0;entryDx=0;entryDy=0;" target="Snxa9bD47oOBx4wNCC72-30">
          <mxGeometry relative="1" as="geometry" />
        </mxCell>
        <mxCell id="Qj_6jyX3p3bSbpmFPhCt-1" connectable="0" parent="Snxa9bD47oOBx4wNCC72-26" style="edgeLabel;html=1;align=center;verticalAlign=middle;resizable=0;points=[];" value="否" vertex="1">
          <mxGeometry relative="1" x="-0.4236" y="-2" as="geometry">
            <mxPoint as="offset" />
          </mxGeometry>
        </mxCell>
        <mxCell id="Qj_6jyX3p3bSbpmFPhCt-3" edge="1" parent="1" source="Snxa9bD47oOBx4wNCC72-27" style="edgeStyle=orthogonalEdgeStyle;rounded=0;orthogonalLoop=1;jettySize=auto;html=1;exitX=1;exitY=0.5;exitDx=0;exitDy=0;" target="Qj_6jyX3p3bSbpmFPhCt-2">
          <mxGeometry relative="1" as="geometry" />
        </mxCell>
        <mxCell id="Snxa9bD47oOBx4wNCC72-27" parent="1" style="rhombus;whiteSpace=wrap;html=1;" value="数据校验OK ？" vertex="1">
          <mxGeometry height="55" width="100" x="185" y="610" as="geometry" />
        </mxCell>
        <mxCell id="Snxa9bD47oOBx4wNCC72-28" edge="1" parent="1" source="Snxa9bD47oOBx4wNCC72-47" style="edgeStyle=orthogonalEdgeStyle;rounded=0;orthogonalLoop=1;jettySize=auto;html=1;exitX=0.5;exitY=1;exitDx=0;exitDy=0;entryX=0;entryY=0.5;entryDx=0;entryDy=0;" target="Snxa9bD47oOBx4wNCC72-25">
          <mxGeometry relative="1" as="geometry">
            <Array as="points">
              <mxPoint x="235" y="850" />
              <mxPoint x="140" y="850" />
              <mxPoint x="140" y="560" />
            </Array>
          </mxGeometry>
        </mxCell>
        <mxCell id="Snxa9bD47oOBx4wNCC72-29" edge="1" parent="1" source="Snxa9bD47oOBx4wNCC72-30" style="edgeStyle=orthogonalEdgeStyle;rounded=0;orthogonalLoop=1;jettySize=auto;html=1;exitX=0.5;exitY=1;exitDx=0;exitDy=0;entryX=0.5;entryY=0;entryDx=0;entryDy=0;" target="Snxa9bD47oOBx4wNCC72-47">
          <mxGeometry relative="1" as="geometry" />
        </mxCell>
        <mxCell id="Snxa9bD47oOBx4wNCC72-30" parent="1" style="rounded=1;whiteSpace=wrap;html=1;fillColor=#e51400;fontColor=#ffffff;strokeColor=#B20000;" value="切分区" vertex="1">
          <mxGeometry height="40" width="90" x="190" y="700" as="geometry" />
        </mxCell>
        <mxCell id="Snxa9bD47oOBx4wNCC72-31" edge="1" parent="1" source="kbyZZD2k67tRUDCe1sfv-1" style="edgeStyle=orthogonalEdgeStyle;rounded=0;orthogonalLoop=1;jettySize=auto;html=1;exitX=0.5;exitY=1;exitDx=0;exitDy=0;" target="kbyZZD2k67tRUDCe1sfv-4">
          <mxGeometry relative="1" as="geometry" />
        </mxCell>
        <mxCell id="Snxa9bD47oOBx4wNCC72-33" edge="1" parent="1" source="Snxa9bD47oOBx4wNCC72-34" style="edgeStyle=orthogonalEdgeStyle;rounded=0;orthogonalLoop=1;jettySize=auto;html=1;exitX=1;exitY=0.5;exitDx=0;exitDy=0;entryX=0;entryY=0.5;entryDx=0;entryDy=0;" target="Snxa9bD47oOBx4wNCC72-45">
          <mxGeometry relative="1" as="geometry">
            <Array as="points">
              <mxPoint x="450" y="335" />
              <mxPoint x="450" y="100" />
              <mxPoint x="630" y="100" />
              <mxPoint x="630" y="130" />
            </Array>
          </mxGeometry>
        </mxCell>
        <mxCell id="Snxa9bD47oOBx4wNCC72-34" parent="1" style="rhombus;whiteSpace=wrap;html=1;" value="建链成功？" vertex="1">
          <mxGeometry height="55" width="100" x="335" y="307" as="geometry" />
        </mxCell>
        <mxCell id="Snxa9bD47oOBx4wNCC72-35" edge="1" parent="1" source="Snxa9bD47oOBx4wNCC72-36" style="edgeStyle=orthogonalEdgeStyle;rounded=0;orthogonalLoop=1;jettySize=auto;html=1;exitX=0.5;exitY=1;exitDx=0;exitDy=0;entryX=0.5;entryY=0;entryDx=0;entryDy=0;" target="Snxa9bD47oOBx4wNCC72-38">
          <mxGeometry relative="1" as="geometry" />
        </mxCell>
        <mxCell id="Snxa9bD47oOBx4wNCC72-36" parent="1" style="rounded=1;whiteSpace=wrap;html=1;" value="复位" vertex="1">
          <mxGeometry height="40" width="90" x="490" y="110" as="geometry" />
        </mxCell>
        <mxCell id="Snxa9bD47oOBx4wNCC72-37" edge="1" parent="1" source="Snxa9bD47oOBx4wNCC72-38" style="edgeStyle=orthogonalEdgeStyle;rounded=0;orthogonalLoop=1;jettySize=auto;html=1;exitX=0.5;exitY=1;exitDx=0;exitDy=0;entryX=0.5;entryY=0;entryDx=0;entryDy=0;" target="Snxa9bD47oOBx4wNCC72-40">
          <mxGeometry relative="1" as="geometry" />
        </mxCell>
        <mxCell id="Snxa9bD47oOBx4wNCC72-38" parent="1" style="rounded=1;whiteSpace=wrap;html=1;fillColor=#ffe6cc;strokeColor=#d79b00;" value="配置LSS PIN 低速 (efuse)" vertex="1">
          <mxGeometry height="40" width="90" x="490" y="174" as="geometry" />
        </mxCell>
        <mxCell id="Snxa9bD47oOBx4wNCC72-39" edge="1" parent="1" source="Snxa9bD47oOBx4wNCC72-40" style="edgeStyle=orthogonalEdgeStyle;rounded=0;orthogonalLoop=1;jettySize=auto;html=1;exitX=0.5;exitY=1;exitDx=0;exitDy=0;entryX=0.5;entryY=0;entryDx=0;entryDy=0;" target="Snxa9bD47oOBx4wNCC72-44">
          <mxGeometry relative="1" as="geometry" />
        </mxCell>
        <mxCell id="Snxa9bD47oOBx4wNCC72-40" parent="1" style="rounded=1;whiteSpace=wrap;html=1;fillColor=#1ba1e2;fontColor=#ffffff;strokeColor=#006EAF;" value="配置低速建链" vertex="1">
          <mxGeometry height="40" width="90" x="490" y="240" as="geometry" />
        </mxCell>
        <mxCell id="Snxa9bD47oOBx4wNCC72-41" edge="1" parent="1" source="Snxa9bD47oOBx4wNCC72-44" style="edgeStyle=orthogonalEdgeStyle;rounded=0;orthogonalLoop=1;jettySize=auto;html=1;exitX=0.5;exitY=1;exitDx=0;exitDy=0;">
          <mxGeometry relative="1" as="geometry">
            <Array as="points">
              <mxPoint x="535" y="560" />
              <mxPoint x="280" y="560" />
            </Array>
            <mxPoint x="280" y="560" as="targetPoint" />
          </mxGeometry>
        </mxCell>
        <mxCell id="Snxa9bD47oOBx4wNCC72-42" connectable="0" parent="Snxa9bD47oOBx4wNCC72-41" style="edgeLabel;html=1;align=center;verticalAlign=middle;resizable=0;points=[];" value="是" vertex="1">
          <mxGeometry relative="1" x="-0.7697" as="geometry">
            <mxPoint as="offset" />
          </mxGeometry>
        </mxCell>
        <mxCell id="Snxa9bD47oOBx4wNCC72-43" edge="1" parent="1" source="Snxa9bD47oOBx4wNCC72-44" style="edgeStyle=orthogonalEdgeStyle;rounded=0;orthogonalLoop=1;jettySize=auto;html=1;exitX=1;exitY=0.5;exitDx=0;exitDy=0;">
          <mxGeometry relative="1" as="geometry">
            <mxPoint x="630" y="170" as="targetPoint" />
          </mxGeometry>
        </mxCell>
        <mxCell id="Snxa9bD47oOBx4wNCC72-44" parent="1" style="rhombus;whiteSpace=wrap;html=1;" value="建链成功？" vertex="1">
          <mxGeometry height="55" width="100" x="485" y="307" as="geometry" />
        </mxCell>
        <mxCell id="Snxa9bD47oOBx4wNCC72-45" parent="1" style="rounded=1;whiteSpace=wrap;html=1;fillColor=#d5e8d4;strokeColor=#82b366;" value="USB启动" vertex="1">
          <mxGeometry height="40" width="90" x="650" y="110" as="geometry" />
        </mxCell>
        <mxCell id="Snxa9bD47oOBx4wNCC72-46" edge="1" parent="1" source="Snxa9bD47oOBx4wNCC72-47" style="edgeStyle=orthogonalEdgeStyle;rounded=0;orthogonalLoop=1;jettySize=auto;html=1;exitX=1;exitY=0.5;exitDx=0;exitDy=0;entryX=0;entryY=0.5;entryDx=0;entryDy=0;" target="Snxa9bD47oOBx4wNCC72-45">
          <mxGeometry relative="1" as="geometry">
            <Array as="points">
              <mxPoint x="630" y="795" />
              <mxPoint x="630" y="130" />
            </Array>
          </mxGeometry>
        </mxCell>
        <mxCell id="Snxa9bD47oOBx4wNCC72-47" parent="1" style="rhombus;whiteSpace=wrap;html=1;" value="两个分区都失败？" vertex="1">
          <mxGeometry height="55" width="100" x="185" y="767" as="geometry" />
        </mxCell>
        <mxCell id="kbyZZD2k67tRUDCe1sfv-2" edge="1" parent="1" source="Snxa9bD47oOBx4wNCC72-34" style="edgeStyle=orthogonalEdgeStyle;rounded=0;orthogonalLoop=1;jettySize=auto;html=1;exitX=0.5;exitY=1;exitDx=0;exitDy=0;entryX=0.5;entryY=0;entryDx=0;entryDy=0;" target="kbyZZD2k67tRUDCe1sfv-1" value="">
          <mxGeometry relative="1" as="geometry">
            <mxPoint x="385" y="362" as="sourcePoint" />
            <mxPoint x="280" y="560" as="targetPoint" />
          </mxGeometry>
        </mxCell>
        <mxCell id="kbyZZD2k67tRUDCe1sfv-3" connectable="0" parent="kbyZZD2k67tRUDCe1sfv-2" style="edgeLabel;html=1;align=center;verticalAlign=middle;resizable=0;points=[];" value="是" vertex="1">
          <mxGeometry relative="1" x="-0.5934" y="-1" as="geometry">
            <mxPoint as="offset" />
          </mxGeometry>
        </mxCell>
        <mxCell id="kbyZZD2k67tRUDCe1sfv-1" parent="1" style="rounded=1;whiteSpace=wrap;html=1;fillColor=#f8cecc;strokeColor=#b85450;" value="发命令切高速 HS-G1" vertex="1">
          <mxGeometry height="40" width="90" x="340" y="390" as="geometry" />
        </mxCell>
        <mxCell id="kbyZZD2k67tRUDCe1sfv-6" edge="1" parent="1" source="kbyZZD2k67tRUDCe1sfv-4" style="edgeStyle=orthogonalEdgeStyle;rounded=0;orthogonalLoop=1;jettySize=auto;html=1;exitX=0.5;exitY=1;exitDx=0;exitDy=0;">
          <mxGeometry relative="1" as="geometry">
            <Array as="points">
              <mxPoint x="385" y="560" />
              <mxPoint x="280" y="560" />
            </Array>
            <mxPoint x="280" y="560" as="targetPoint" />
          </mxGeometry>
        </mxCell>
        <mxCell id="kbyZZD2k67tRUDCe1sfv-8" edge="1" parent="1" source="kbyZZD2k67tRUDCe1sfv-4" style="edgeStyle=orthogonalEdgeStyle;rounded=0;orthogonalLoop=1;jettySize=auto;html=1;exitX=1;exitY=0.5;exitDx=0;exitDy=0;entryX=0;entryY=0.5;entryDx=0;entryDy=0;" target="Snxa9bD47oOBx4wNCC72-36">
          <mxGeometry relative="1" as="geometry" />
        </mxCell>
        <mxCell id="kbyZZD2k67tRUDCe1sfv-4" parent="1" style="rhombus;whiteSpace=wrap;html=1;" value="切速率成功？" vertex="1">
          <mxGeometry height="55" width="100" x="335" y="460" as="geometry" />
        </mxCell>
        <mxCell id="Qj_6jyX3p3bSbpmFPhCt-2" parent="1" style="ellipse;whiteSpace=wrap;html=1;fillColor=#d5e8d4;gradientColor=#97d077;strokeColor=#82b366;" value="启动成功" vertex="1">
          <mxGeometry height="40" width="90" x="335" y="617.5" as="geometry" />
        </mxCell>
      </root>
    </mxGraphModel>
  </diagram>
  <diagram id="lCvtZ__jX87erlVo9mpF" name="第 2 页">
    <mxGraphModel dx="1082" dy="561" grid="1" gridSize="10" guides="1" tooltips="1" connect="1" arrows="1" fold="1" page="1" pageScale="1" pageWidth="827" pageHeight="1169" math="0" shadow="0">
      <root>
        <mxCell id="0" />
        <mxCell id="1" parent="0" />
        <mxCell id="WnOlcH9fiUK7AfTd9S8V-1" parent="1" style="text;html=1;whiteSpace=wrap;strokeColor=none;fillColor=none;align=left;verticalAlign=middle;rounded=0;fontSize=14;" value="&lt;div&gt;&lt;div&gt;- 启动模式 101： [ufs低速启动] &lt;span style=&quot;background-color: transparent; color: light-dark(rgb(0, 0, 0), rgb(255, 255, 255));&quot;&gt;→ &lt;/span&gt;&lt;span style=&quot;background-color: transparent; color: light-dark(rgb(0, 0, 0), rgb(255, 255, 255));&quot;&gt;[usb]&lt;/span&gt;&lt;/div&gt;&lt;div&gt;- 启动模式 110： &lt;span style=&quot;background-color: transparent; color: light-dark(rgb(0, 0, 0), rgb(255, 255, 255));&quot;&gt;[ufs高速启动]&lt;/span&gt;&lt;span style=&quot;background-color: transparent; color: light-dark(rgb(0, 0, 0), rgb(255, 255, 255));&quot;&gt; &lt;/span&gt;&lt;span style=&quot;background-color: transparent; color: light-dark(rgb(0, 0, 0), rgb(255, 255, 255));&quot;&gt;→ &lt;/span&gt;&lt;span style=&quot;background-color: transparent; color: light-dark(rgb(0, 0, 0), rgb(255, 255, 255));&quot;&gt;[usb]&lt;/span&gt;&lt;/div&gt;&lt;/div&gt;异常情况汇总：" vertex="1">
          <mxGeometry height="50" width="360" x="40" y="250" as="geometry" />
        </mxCell>
        <mxCell id="WnOlcH9fiUK7AfTd9S8V-2" parent="1" style="shape=table;startSize=0;container=1;collapsible=0;childLayout=tableLayout;fontSize=14;align=left;" value="" vertex="1">
          <mxGeometry height="240" width="730" x="40" y="320" as="geometry" />
        </mxCell>
        <mxCell id="-yYV-AWoShLVFezPO-Gk-6" parent="WnOlcH9fiUK7AfTd9S8V-2" style="shape=tableRow;horizontal=0;startSize=0;swimlaneHead=0;swimlaneBody=0;strokeColor=inherit;top=0;left=0;bottom=0;right=0;collapsible=0;dropTarget=0;fillColor=none;points=[[0,0.5],[1,0.5]];portConstraint=eastwest;fontSize=14;align=left;" value="" vertex="1">
          <mxGeometry height="40" width="730" as="geometry" />
        </mxCell>
        <mxCell id="-yYV-AWoShLVFezPO-Gk-7" parent="-yYV-AWoShLVFezPO-Gk-6" style="shape=partialRectangle;html=1;whiteSpace=wrap;connectable=0;strokeColor=inherit;overflow=hidden;fillColor=none;top=0;left=0;bottom=0;right=0;pointerEvents=1;fontSize=14;align=left;" value="case" vertex="1">
          <mxGeometry height="40" width="32" as="geometry">
            <mxRectangle height="40" width="32" as="alternateBounds" />
          </mxGeometry>
        </mxCell>
        <mxCell id="-yYV-AWoShLVFezPO-Gk-8" parent="-yYV-AWoShLVFezPO-Gk-6" style="shape=partialRectangle;html=1;whiteSpace=wrap;connectable=0;strokeColor=inherit;overflow=hidden;fillColor=none;top=0;left=0;bottom=0;right=0;pointerEvents=1;fontSize=14;align=left;" value="启动情况" vertex="1">
          <mxGeometry height="40" width="288" x="32" as="geometry">
            <mxRectangle height="40" width="288" as="alternateBounds" />
          </mxGeometry>
        </mxCell>
        <mxCell id="-yYV-AWoShLVFezPO-Gk-9" parent="-yYV-AWoShLVFezPO-Gk-6" style="shape=partialRectangle;html=1;whiteSpace=wrap;connectable=0;strokeColor=inherit;overflow=hidden;fillColor=none;top=0;left=0;bottom=0;right=0;pointerEvents=1;fontSize=14;align=left;" value="建链结果" vertex="1">
          <mxGeometry height="40" width="410" x="320" as="geometry">
            <mxRectangle height="40" width="410" as="alternateBounds" />
          </mxGeometry>
        </mxCell>
        <mxCell id="-yYV-AWoShLVFezPO-Gk-2" parent="WnOlcH9fiUK7AfTd9S8V-2" style="shape=tableRow;horizontal=0;startSize=0;swimlaneHead=0;swimlaneBody=0;strokeColor=inherit;top=0;left=0;bottom=0;right=0;collapsible=0;dropTarget=0;fillColor=none;points=[[0,0.5],[1,0.5]];portConstraint=eastwest;fontSize=14;align=left;" value="" vertex="1">
          <mxGeometry height="40" width="730" y="40" as="geometry" />
        </mxCell>
        <mxCell id="-yYV-AWoShLVFezPO-Gk-3" parent="-yYV-AWoShLVFezPO-Gk-2" style="shape=partialRectangle;html=1;whiteSpace=wrap;connectable=0;strokeColor=inherit;overflow=hidden;fillColor=none;top=0;left=0;bottom=0;right=0;pointerEvents=1;fontSize=14;align=left;" value="1" vertex="1">
          <mxGeometry height="40" width="32" as="geometry">
            <mxRectangle height="40" width="32" as="alternateBounds" />
          </mxGeometry>
        </mxCell>
        <mxCell id="-yYV-AWoShLVFezPO-Gk-4" parent="-yYV-AWoShLVFezPO-Gk-2" style="shape=partialRectangle;html=1;whiteSpace=wrap;connectable=0;strokeColor=inherit;overflow=hidden;fillColor=none;top=0;left=0;bottom=0;right=0;pointerEvents=1;fontSize=14;align=left;" value="bootrom 配置低速启动，但是颗粒硬件设置高速启动，高速成功" vertex="1">
          <mxGeometry height="40" width="288" x="32" as="geometry">
            <mxRectangle height="40" width="288" as="alternateBounds" />
          </mxGeometry>
        </mxCell>
        <mxCell id="-yYV-AWoShLVFezPO-Gk-5" parent="-yYV-AWoShLVFezPO-Gk-2" style="shape=partialRectangle;html=1;whiteSpace=wrap;connectable=0;strokeColor=inherit;overflow=hidden;fillColor=none;top=0;left=0;bottom=0;right=0;pointerEvents=1;fontSize=14;align=left;" value="bootrom先低速建链失败 --&amp;gt; &lt;font style=&quot;color: rgb(0, 0, 255);&quot;&gt;高速&lt;/font&gt;建链成功" vertex="1">
          <mxGeometry height="40" width="410" x="320" as="geometry">
            <mxRectangle height="40" width="410" as="alternateBounds" />
          </mxGeometry>
        </mxCell>
        <mxCell id="-yYV-AWoShLVFezPO-Gk-10" parent="WnOlcH9fiUK7AfTd9S8V-2" style="shape=tableRow;horizontal=0;startSize=0;swimlaneHead=0;swimlaneBody=0;strokeColor=inherit;top=0;left=0;bottom=0;right=0;collapsible=0;dropTarget=0;fillColor=none;points=[[0,0.5],[1,0.5]];portConstraint=eastwest;fontSize=14;align=left;" value="" vertex="1">
          <mxGeometry height="40" width="730" y="80" as="geometry" />
        </mxCell>
        <mxCell id="-yYV-AWoShLVFezPO-Gk-11" parent="-yYV-AWoShLVFezPO-Gk-10" style="shape=partialRectangle;html=1;whiteSpace=wrap;connectable=0;strokeColor=inherit;overflow=hidden;fillColor=none;top=0;left=0;bottom=0;right=0;pointerEvents=1;fontSize=14;align=left;" value="2" vertex="1">
          <mxGeometry height="40" width="32" as="geometry">
            <mxRectangle height="40" width="32" as="alternateBounds" />
          </mxGeometry>
        </mxCell>
        <mxCell id="-yYV-AWoShLVFezPO-Gk-12" parent="-yYV-AWoShLVFezPO-Gk-10" style="shape=partialRectangle;html=1;whiteSpace=wrap;connectable=0;strokeColor=inherit;overflow=hidden;fillColor=none;top=0;left=0;bottom=0;right=0;pointerEvents=1;fontSize=14;align=left;" value="bootrom 配置高速启动，但是颗粒硬件设置底速启动，低速切高速成功" vertex="1">
          <mxGeometry height="40" width="288" x="32" as="geometry">
            <mxRectangle height="40" width="288" as="alternateBounds" />
          </mxGeometry>
        </mxCell>
        <mxCell id="-yYV-AWoShLVFezPO-Gk-13" parent="-yYV-AWoShLVFezPO-Gk-10" style="shape=partialRectangle;html=1;whiteSpace=wrap;connectable=0;strokeColor=inherit;overflow=hidden;fillColor=none;top=0;left=0;bottom=0;right=0;pointerEvents=1;fontSize=14;align=left;" value="bootrom先高速建链失败 --&amp;gt; 低速建链成功并切&lt;font style=&quot;color: rgb(0, 0, 255);&quot;&gt;高速&lt;/font&gt;" vertex="1">
          <mxGeometry height="40" width="410" x="320" as="geometry">
            <mxRectangle height="40" width="410" as="alternateBounds" />
          </mxGeometry>
        </mxCell>
        <mxCell id="WnOlcH9fiUK7AfTd9S8V-3" parent="WnOlcH9fiUK7AfTd9S8V-2" style="shape=tableRow;horizontal=0;startSize=0;swimlaneHead=0;swimlaneBody=0;strokeColor=inherit;top=0;left=0;bottom=0;right=0;collapsible=0;dropTarget=0;fillColor=none;points=[[0,0.5],[1,0.5]];portConstraint=eastwest;fontSize=14;align=left;" value="" vertex="1">
          <mxGeometry height="40" width="730" y="120" as="geometry" />
        </mxCell>
        <mxCell id="WnOlcH9fiUK7AfTd9S8V-4" parent="WnOlcH9fiUK7AfTd9S8V-3" style="shape=partialRectangle;html=1;whiteSpace=wrap;connectable=0;strokeColor=inherit;overflow=hidden;fillColor=none;top=0;left=0;bottom=0;right=0;pointerEvents=1;fontSize=14;align=left;" value="3" vertex="1">
          <mxGeometry height="40" width="32" as="geometry">
            <mxRectangle height="40" width="32" as="alternateBounds" />
          </mxGeometry>
        </mxCell>
        <mxCell id="WnOlcH9fiUK7AfTd9S8V-5" parent="WnOlcH9fiUK7AfTd9S8V-3" style="shape=partialRectangle;html=1;whiteSpace=wrap;connectable=0;strokeColor=inherit;overflow=hidden;fillColor=none;top=0;left=0;bottom=0;right=0;pointerEvents=1;fontSize=14;align=left;" value="bootrom 配置低速启动，颗粒也是低速，切速率成功" vertex="1">
          <mxGeometry height="40" width="288" x="32" as="geometry">
            <mxRectangle height="40" width="288" as="alternateBounds" />
          </mxGeometry>
        </mxCell>
        <mxCell id="WnOlcH9fiUK7AfTd9S8V-6" parent="WnOlcH9fiUK7AfTd9S8V-3" style="shape=partialRectangle;html=1;whiteSpace=wrap;connectable=0;strokeColor=inherit;overflow=hidden;fillColor=none;top=0;left=0;bottom=0;right=0;pointerEvents=1;fontSize=14;align=left;" value="bootrom低速建链切&lt;font style=&quot;color: rgb(0, 0, 255);&quot;&gt;高速&lt;/font&gt;" vertex="1">
          <mxGeometry height="40" width="410" x="320" as="geometry">
            <mxRectangle height="40" width="410" as="alternateBounds" />
          </mxGeometry>
        </mxCell>
        <mxCell id="WnOlcH9fiUK7AfTd9S8V-7" parent="WnOlcH9fiUK7AfTd9S8V-2" style="shape=tableRow;horizontal=0;startSize=0;swimlaneHead=0;swimlaneBody=0;strokeColor=inherit;top=0;left=0;bottom=0;right=0;collapsible=0;dropTarget=0;fillColor=none;points=[[0,0.5],[1,0.5]];portConstraint=eastwest;fontSize=14;align=left;" value="" vertex="1">
          <mxGeometry height="40" width="730" y="160" as="geometry" />
        </mxCell>
        <mxCell id="WnOlcH9fiUK7AfTd9S8V-8" parent="WnOlcH9fiUK7AfTd9S8V-7" style="shape=partialRectangle;html=1;whiteSpace=wrap;connectable=0;strokeColor=inherit;overflow=hidden;fillColor=none;top=0;left=0;bottom=0;right=0;pointerEvents=1;fontSize=14;align=left;" value="4" vertex="1">
          <mxGeometry height="40" width="32" as="geometry">
            <mxRectangle height="40" width="32" as="alternateBounds" />
          </mxGeometry>
        </mxCell>
        <mxCell id="WnOlcH9fiUK7AfTd9S8V-9" parent="WnOlcH9fiUK7AfTd9S8V-7" style="shape=partialRectangle;html=1;whiteSpace=wrap;connectable=0;strokeColor=inherit;overflow=hidden;fillColor=none;top=0;left=0;bottom=0;right=0;pointerEvents=1;fontSize=14;align=left;" value="bootrom 配置高速启动，颗粒也是高速，高速成功" vertex="1">
          <mxGeometry height="40" width="288" x="32" as="geometry">
            <mxRectangle height="40" width="288" as="alternateBounds" />
          </mxGeometry>
        </mxCell>
        <mxCell id="WnOlcH9fiUK7AfTd9S8V-10" parent="WnOlcH9fiUK7AfTd9S8V-7" style="shape=partialRectangle;html=1;whiteSpace=wrap;connectable=0;strokeColor=inherit;overflow=hidden;fillColor=none;top=0;left=0;bottom=0;right=0;pointerEvents=1;fontSize=14;align=left;" value="bootrom&lt;font style=&quot;color: rgb(0, 0, 255);&quot;&gt;高速&lt;/font&gt;建链" vertex="1">
          <mxGeometry height="40" width="410" x="320" as="geometry">
            <mxRectangle height="40" width="410" as="alternateBounds" />
          </mxGeometry>
        </mxCell>
        <mxCell id="WnOlcH9fiUK7AfTd9S8V-11" parent="WnOlcH9fiUK7AfTd9S8V-2" style="shape=tableRow;horizontal=0;startSize=0;swimlaneHead=0;swimlaneBody=0;strokeColor=inherit;top=0;left=0;bottom=0;right=0;collapsible=0;dropTarget=0;fillColor=none;points=[[0,0.5],[1,0.5]];portConstraint=eastwest;fontSize=14;align=left;" value="" vertex="1">
          <mxGeometry height="40" width="730" y="200" as="geometry" />
        </mxCell>
        <mxCell id="WnOlcH9fiUK7AfTd9S8V-12" parent="WnOlcH9fiUK7AfTd9S8V-11" style="shape=partialRectangle;html=1;whiteSpace=wrap;connectable=0;strokeColor=inherit;overflow=hidden;fillColor=none;top=0;left=0;bottom=0;right=0;pointerEvents=1;fontSize=14;align=left;" value="5" vertex="1">
          <mxGeometry height="40" width="32" as="geometry">
            <mxRectangle height="40" width="32" as="alternateBounds" />
          </mxGeometry>
        </mxCell>
        <mxCell id="WnOlcH9fiUK7AfTd9S8V-13" parent="WnOlcH9fiUK7AfTd9S8V-11" style="shape=partialRectangle;html=1;whiteSpace=wrap;connectable=0;strokeColor=inherit;overflow=hidden;fillColor=none;top=0;left=0;bottom=0;right=0;pointerEvents=1;fontSize=14;align=left;" value="bootrom 配置低速启动，颗粒也是低速，切速率失败，不切速率成功" vertex="1">
          <mxGeometry height="40" width="288" x="32" as="geometry">
            <mxRectangle height="40" width="288" as="alternateBounds" />
          </mxGeometry>
        </mxCell>
        <mxCell id="WnOlcH9fiUK7AfTd9S8V-14" parent="WnOlcH9fiUK7AfTd9S8V-11" style="shape=partialRectangle;html=1;whiteSpace=wrap;connectable=0;strokeColor=inherit;overflow=hidden;fillColor=none;top=0;left=0;bottom=0;right=0;pointerEvents=1;fontSize=14;align=left;" value="bootrom低速建链切高速失败 --&amp;gt; bootrom 高速建链失败 ---&amp;gt; bootrom &lt;font style=&quot;color: rgb(255, 51, 255);&quot;&gt;低速&lt;/font&gt;建链成功(不切高速)" vertex="1">
          <mxGeometry height="40" width="410" x="320" as="geometry">
            <mxRectangle height="40" width="410" as="alternateBounds" />
          </mxGeometry>
        </mxCell>
        <mxCell id="PYW4Q93ZiJ2KnNfdN5cH-39" parent="1" style="shape=tableRow;horizontal=0;startSize=0;swimlaneHead=0;swimlaneBody=0;strokeColor=inherit;top=0;left=0;bottom=0;right=0;collapsible=0;dropTarget=0;fillColor=none;points=[[0,0.5],[1,0.5]];portConstraint=eastwest;fontSize=14;align=left;" value="" vertex="1">
          <mxGeometry height="40" width="730" x="40" y="560" as="geometry" />
        </mxCell>
        <mxCell id="PYW4Q93ZiJ2KnNfdN5cH-63" parent="1" style="shape=table;startSize=0;container=1;collapsible=0;childLayout=tableLayout;fontSize=14;align=left;" value="" vertex="1">
          <mxGeometry height="260" width="730" x="40" y="560" as="geometry" />
        </mxCell>
        <mxCell id="PYW4Q93ZiJ2KnNfdN5cH-64" parent="PYW4Q93ZiJ2KnNfdN5cH-63" style="shape=tableRow;horizontal=0;startSize=0;swimlaneHead=0;swimlaneBody=0;strokeColor=inherit;top=0;left=0;bottom=0;right=0;collapsible=0;dropTarget=0;fillColor=none;points=[[0,0.5],[1,0.5]];portConstraint=eastwest;fontSize=14;align=left;" value="" vertex="1">
          <mxGeometry height="40" width="730" as="geometry" />
        </mxCell>
        <mxCell id="PYW4Q93ZiJ2KnNfdN5cH-65" parent="PYW4Q93ZiJ2KnNfdN5cH-64" style="shape=partialRectangle;html=1;whiteSpace=wrap;connectable=0;strokeColor=inherit;overflow=hidden;fillColor=none;top=0;left=0;bottom=0;right=0;pointerEvents=1;fontSize=14;align=left;" value="6" vertex="1">
          <mxGeometry height="40" width="32" as="geometry">
            <mxRectangle height="40" width="32" as="alternateBounds" />
          </mxGeometry>
        </mxCell>
        <mxCell id="PYW4Q93ZiJ2KnNfdN5cH-66" parent="PYW4Q93ZiJ2KnNfdN5cH-64" style="shape=partialRectangle;html=1;whiteSpace=wrap;connectable=0;strokeColor=inherit;overflow=hidden;fillColor=none;top=0;left=0;bottom=0;right=0;pointerEvents=1;fontSize=14;align=left;" value="bootrom 配置高速启动，颗粒是低速，低速切高速失败" vertex="1">
          <mxGeometry height="40" width="288" x="32" as="geometry">
            <mxRectangle height="40" width="288" as="alternateBounds" />
          </mxGeometry>
        </mxCell>
        <mxCell id="PYW4Q93ZiJ2KnNfdN5cH-67" parent="PYW4Q93ZiJ2KnNfdN5cH-64" style="shape=partialRectangle;html=1;whiteSpace=wrap;connectable=0;strokeColor=inherit;overflow=hidden;fillColor=none;top=0;left=0;bottom=0;right=0;pointerEvents=1;fontSize=14;align=left;" value="bootrom高速建链失败 --&amp;gt; bootrom 低速建链切高速失败 ---&amp;gt; bootrom &lt;font style=&quot;color: rgb(255, 51, 255);&quot;&gt;低速&lt;/font&gt;建链成功(不切高速)" vertex="1">
          <mxGeometry height="40" width="410" x="320" as="geometry">
            <mxRectangle height="40" width="410" as="alternateBounds" />
          </mxGeometry>
        </mxCell>
        <mxCell id="PYW4Q93ZiJ2KnNfdN5cH-68" parent="PYW4Q93ZiJ2KnNfdN5cH-63" style="shape=tableRow;horizontal=0;startSize=0;swimlaneHead=0;swimlaneBody=0;strokeColor=inherit;top=0;left=0;bottom=0;right=0;collapsible=0;dropTarget=0;fillColor=none;points=[[0,0.5],[1,0.5]];portConstraint=eastwest;fontSize=14;align=left;" value="" vertex="1">
          <mxGeometry height="60" width="730" y="40" as="geometry" />
        </mxCell>
        <mxCell id="PYW4Q93ZiJ2KnNfdN5cH-69" parent="PYW4Q93ZiJ2KnNfdN5cH-68" style="shape=partialRectangle;html=1;whiteSpace=wrap;connectable=0;strokeColor=inherit;overflow=hidden;fillColor=none;top=0;left=0;bottom=0;right=0;pointerEvents=1;fontSize=14;align=left;" value="7" vertex="1">
          <mxGeometry height="60" width="32" as="geometry">
            <mxRectangle height="60" width="32" as="alternateBounds" />
          </mxGeometry>
        </mxCell>
        <mxCell id="PYW4Q93ZiJ2KnNfdN5cH-70" parent="PYW4Q93ZiJ2KnNfdN5cH-68" style="shape=partialRectangle;html=1;whiteSpace=wrap;connectable=0;strokeColor=inherit;overflow=hidden;fillColor=none;top=0;left=0;bottom=0;right=0;pointerEvents=1;fontSize=14;align=left;" value="bootrom配置高速启动，颗粒也是高速，但是高速建链失败" vertex="1">
          <mxGeometry height="60" width="288" x="32" as="geometry">
            <mxRectangle height="60" width="288" as="alternateBounds" />
          </mxGeometry>
        </mxCell>
        <mxCell id="PYW4Q93ZiJ2KnNfdN5cH-71" parent="PYW4Q93ZiJ2KnNfdN5cH-68" style="shape=partialRectangle;html=1;whiteSpace=wrap;connectable=0;strokeColor=inherit;overflow=hidden;fillColor=none;top=0;left=0;bottom=0;right=0;pointerEvents=1;fontSize=14;align=left;" value="bootrom高速建链失败 --&amp;gt; bootrom 低速建链切高速失败 ---&amp;gt; bootrom 低速建链失败 &lt;font style=&quot;color: rgb(255, 51, 51);&quot;&gt;（需要改颗粒硬件PIN配置低速 或者使能LSS efuse 控制）&lt;/font&gt;" vertex="1">
          <mxGeometry height="60" width="410" x="320" as="geometry">
            <mxRectangle height="60" width="410" as="alternateBounds" />
          </mxGeometry>
        </mxCell>
        <mxCell id="PYW4Q93ZiJ2KnNfdN5cH-72" parent="PYW4Q93ZiJ2KnNfdN5cH-63" style="shape=tableRow;horizontal=0;startSize=0;swimlaneHead=0;swimlaneBody=0;strokeColor=inherit;top=0;left=0;bottom=0;right=0;collapsible=0;dropTarget=0;fillColor=none;points=[[0,0.5],[1,0.5]];portConstraint=eastwest;fontSize=14;align=left;" value="" vertex="1">
          <mxGeometry height="40" width="730" y="100" as="geometry" />
        </mxCell>
        <mxCell id="PYW4Q93ZiJ2KnNfdN5cH-73" parent="PYW4Q93ZiJ2KnNfdN5cH-72" style="shape=partialRectangle;html=1;whiteSpace=wrap;connectable=0;strokeColor=inherit;overflow=hidden;fillColor=none;top=0;left=0;bottom=0;right=0;pointerEvents=1;fontSize=14;align=left;" value="8" vertex="1">
          <mxGeometry height="40" width="32" as="geometry">
            <mxRectangle height="40" width="32" as="alternateBounds" />
          </mxGeometry>
        </mxCell>
        <mxCell id="PYW4Q93ZiJ2KnNfdN5cH-74" parent="PYW4Q93ZiJ2KnNfdN5cH-72" style="shape=partialRectangle;html=1;whiteSpace=wrap;connectable=0;strokeColor=inherit;overflow=hidden;fillColor=none;top=0;left=0;bottom=0;right=0;pointerEvents=1;fontSize=14;align=left;" value="bootrom 配置低速启动，颗粒也是低速，低速建链失败" vertex="1">
          <mxGeometry height="40" width="288" x="32" as="geometry">
            <mxRectangle height="40" width="288" as="alternateBounds" />
          </mxGeometry>
        </mxCell>
        <mxCell id="PYW4Q93ZiJ2KnNfdN5cH-75" parent="PYW4Q93ZiJ2KnNfdN5cH-72" style="shape=partialRectangle;html=1;whiteSpace=wrap;connectable=0;strokeColor=inherit;overflow=hidden;fillColor=none;top=0;left=0;bottom=0;right=0;pointerEvents=1;fontSize=14;align=left;" value="bootrom低速建链切高速失败 --&amp;gt; bootrom 高速建链失败 ---&amp;gt; bootrom 低速建链失败 --&amp;gt; &lt;font style=&quot;color: rgb(255, 51, 51);&quot;&gt;USB 启动 （需要查硬件问题）&lt;/font&gt;" vertex="1">
          <mxGeometry height="40" width="410" x="320" as="geometry">
            <mxRectangle height="40" width="410" as="alternateBounds" />
          </mxGeometry>
        </mxCell>
        <mxCell id="PYW4Q93ZiJ2KnNfdN5cH-76" parent="PYW4Q93ZiJ2KnNfdN5cH-63" style="shape=tableRow;horizontal=0;startSize=0;swimlaneHead=0;swimlaneBody=0;strokeColor=inherit;top=0;left=0;bottom=0;right=0;collapsible=0;dropTarget=0;fillColor=none;points=[[0,0.5],[1,0.5]];portConstraint=eastwest;fontSize=14;align=left;" value="" vertex="1">
          <mxGeometry height="40" width="730" y="140" as="geometry" />
        </mxCell>
        <mxCell id="PYW4Q93ZiJ2KnNfdN5cH-77" parent="PYW4Q93ZiJ2KnNfdN5cH-76" style="shape=partialRectangle;html=1;whiteSpace=wrap;connectable=0;strokeColor=inherit;overflow=hidden;fillColor=none;top=0;left=0;bottom=0;right=0;pointerEvents=1;fontSize=14;align=left;" value="" vertex="1">
          <mxGeometry height="40" width="32" as="geometry">
            <mxRectangle height="40" width="32" as="alternateBounds" />
          </mxGeometry>
        </mxCell>
        <mxCell id="PYW4Q93ZiJ2KnNfdN5cH-78" parent="PYW4Q93ZiJ2KnNfdN5cH-76" style="shape=partialRectangle;html=1;whiteSpace=wrap;connectable=0;strokeColor=inherit;overflow=hidden;fillColor=none;top=0;left=0;bottom=0;right=0;pointerEvents=1;fontSize=14;align=left;" value="" vertex="1">
          <mxGeometry height="40" width="288" x="32" as="geometry">
            <mxRectangle height="40" width="288" as="alternateBounds" />
          </mxGeometry>
        </mxCell>
        <mxCell id="PYW4Q93ZiJ2KnNfdN5cH-79" parent="PYW4Q93ZiJ2KnNfdN5cH-76" style="shape=partialRectangle;html=1;whiteSpace=wrap;connectable=0;strokeColor=inherit;overflow=hidden;fillColor=none;top=0;left=0;bottom=0;right=0;pointerEvents=1;fontSize=14;align=left;" value="" vertex="1">
          <mxGeometry height="40" width="410" x="320" as="geometry">
            <mxRectangle height="40" width="410" as="alternateBounds" />
          </mxGeometry>
        </mxCell>
        <mxCell id="PYW4Q93ZiJ2KnNfdN5cH-80" parent="PYW4Q93ZiJ2KnNfdN5cH-63" style="shape=tableRow;horizontal=0;startSize=0;swimlaneHead=0;swimlaneBody=0;strokeColor=inherit;top=0;left=0;bottom=0;right=0;collapsible=0;dropTarget=0;fillColor=none;points=[[0,0.5],[1,0.5]];portConstraint=eastwest;fontSize=14;align=left;" value="" vertex="1">
          <mxGeometry height="40" width="730" y="180" as="geometry" />
        </mxCell>
        <mxCell id="PYW4Q93ZiJ2KnNfdN5cH-81" parent="PYW4Q93ZiJ2KnNfdN5cH-80" style="shape=partialRectangle;html=1;whiteSpace=wrap;connectable=0;strokeColor=inherit;overflow=hidden;fillColor=none;top=0;left=0;bottom=0;right=0;pointerEvents=1;fontSize=14;align=left;" value="" vertex="1">
          <mxGeometry height="40" width="32" as="geometry">
            <mxRectangle height="40" width="32" as="alternateBounds" />
          </mxGeometry>
        </mxCell>
        <mxCell id="PYW4Q93ZiJ2KnNfdN5cH-82" parent="PYW4Q93ZiJ2KnNfdN5cH-80" style="shape=partialRectangle;html=1;whiteSpace=wrap;connectable=0;strokeColor=inherit;overflow=hidden;fillColor=none;top=0;left=0;bottom=0;right=0;pointerEvents=1;fontSize=14;align=left;" value="" vertex="1">
          <mxGeometry height="40" width="288" x="32" as="geometry">
            <mxRectangle height="40" width="288" as="alternateBounds" />
          </mxGeometry>
        </mxCell>
        <mxCell id="PYW4Q93ZiJ2KnNfdN5cH-83" parent="PYW4Q93ZiJ2KnNfdN5cH-80" style="shape=partialRectangle;html=1;whiteSpace=wrap;connectable=0;strokeColor=inherit;overflow=hidden;fillColor=none;top=0;left=0;bottom=0;right=0;pointerEvents=1;fontSize=14;align=left;" value="" vertex="1">
          <mxGeometry height="40" width="410" x="320" as="geometry">
            <mxRectangle height="40" width="410" as="alternateBounds" />
          </mxGeometry>
        </mxCell>
        <mxCell id="PYW4Q93ZiJ2KnNfdN5cH-84" parent="PYW4Q93ZiJ2KnNfdN5cH-63" style="shape=tableRow;horizontal=0;startSize=0;swimlaneHead=0;swimlaneBody=0;strokeColor=inherit;top=0;left=0;bottom=0;right=0;collapsible=0;dropTarget=0;fillColor=none;points=[[0,0.5],[1,0.5]];portConstraint=eastwest;fontSize=14;align=left;" value="" vertex="1">
          <mxGeometry height="40" width="730" y="220" as="geometry" />
        </mxCell>
        <mxCell id="PYW4Q93ZiJ2KnNfdN5cH-85" parent="PYW4Q93ZiJ2KnNfdN5cH-84" style="shape=partialRectangle;html=1;whiteSpace=wrap;connectable=0;strokeColor=inherit;overflow=hidden;fillColor=none;top=0;left=0;bottom=0;right=0;pointerEvents=1;fontSize=14;align=left;" value="" vertex="1">
          <mxGeometry height="40" width="32" as="geometry">
            <mxRectangle height="40" width="32" as="alternateBounds" />
          </mxGeometry>
        </mxCell>
        <mxCell id="PYW4Q93ZiJ2KnNfdN5cH-86" parent="PYW4Q93ZiJ2KnNfdN5cH-84" style="shape=partialRectangle;html=1;whiteSpace=wrap;connectable=0;strokeColor=inherit;overflow=hidden;fillColor=none;top=0;left=0;bottom=0;right=0;pointerEvents=1;fontSize=14;align=left;" value="" vertex="1">
          <mxGeometry height="40" width="288" x="32" as="geometry">
            <mxRectangle height="40" width="288" as="alternateBounds" />
          </mxGeometry>
        </mxCell>
        <mxCell id="PYW4Q93ZiJ2KnNfdN5cH-87" parent="PYW4Q93ZiJ2KnNfdN5cH-84" style="shape=partialRectangle;html=1;whiteSpace=wrap;connectable=0;strokeColor=inherit;overflow=hidden;fillColor=none;top=0;left=0;bottom=0;right=0;pointerEvents=1;fontSize=14;align=left;" value="" vertex="1">
          <mxGeometry height="40" width="410" x="320" as="geometry">
            <mxRectangle height="40" width="410" as="alternateBounds" />
          </mxGeometry>
        </mxCell>
      </root>
    </mxGraphModel>
  </diagram>
</mxfile>
